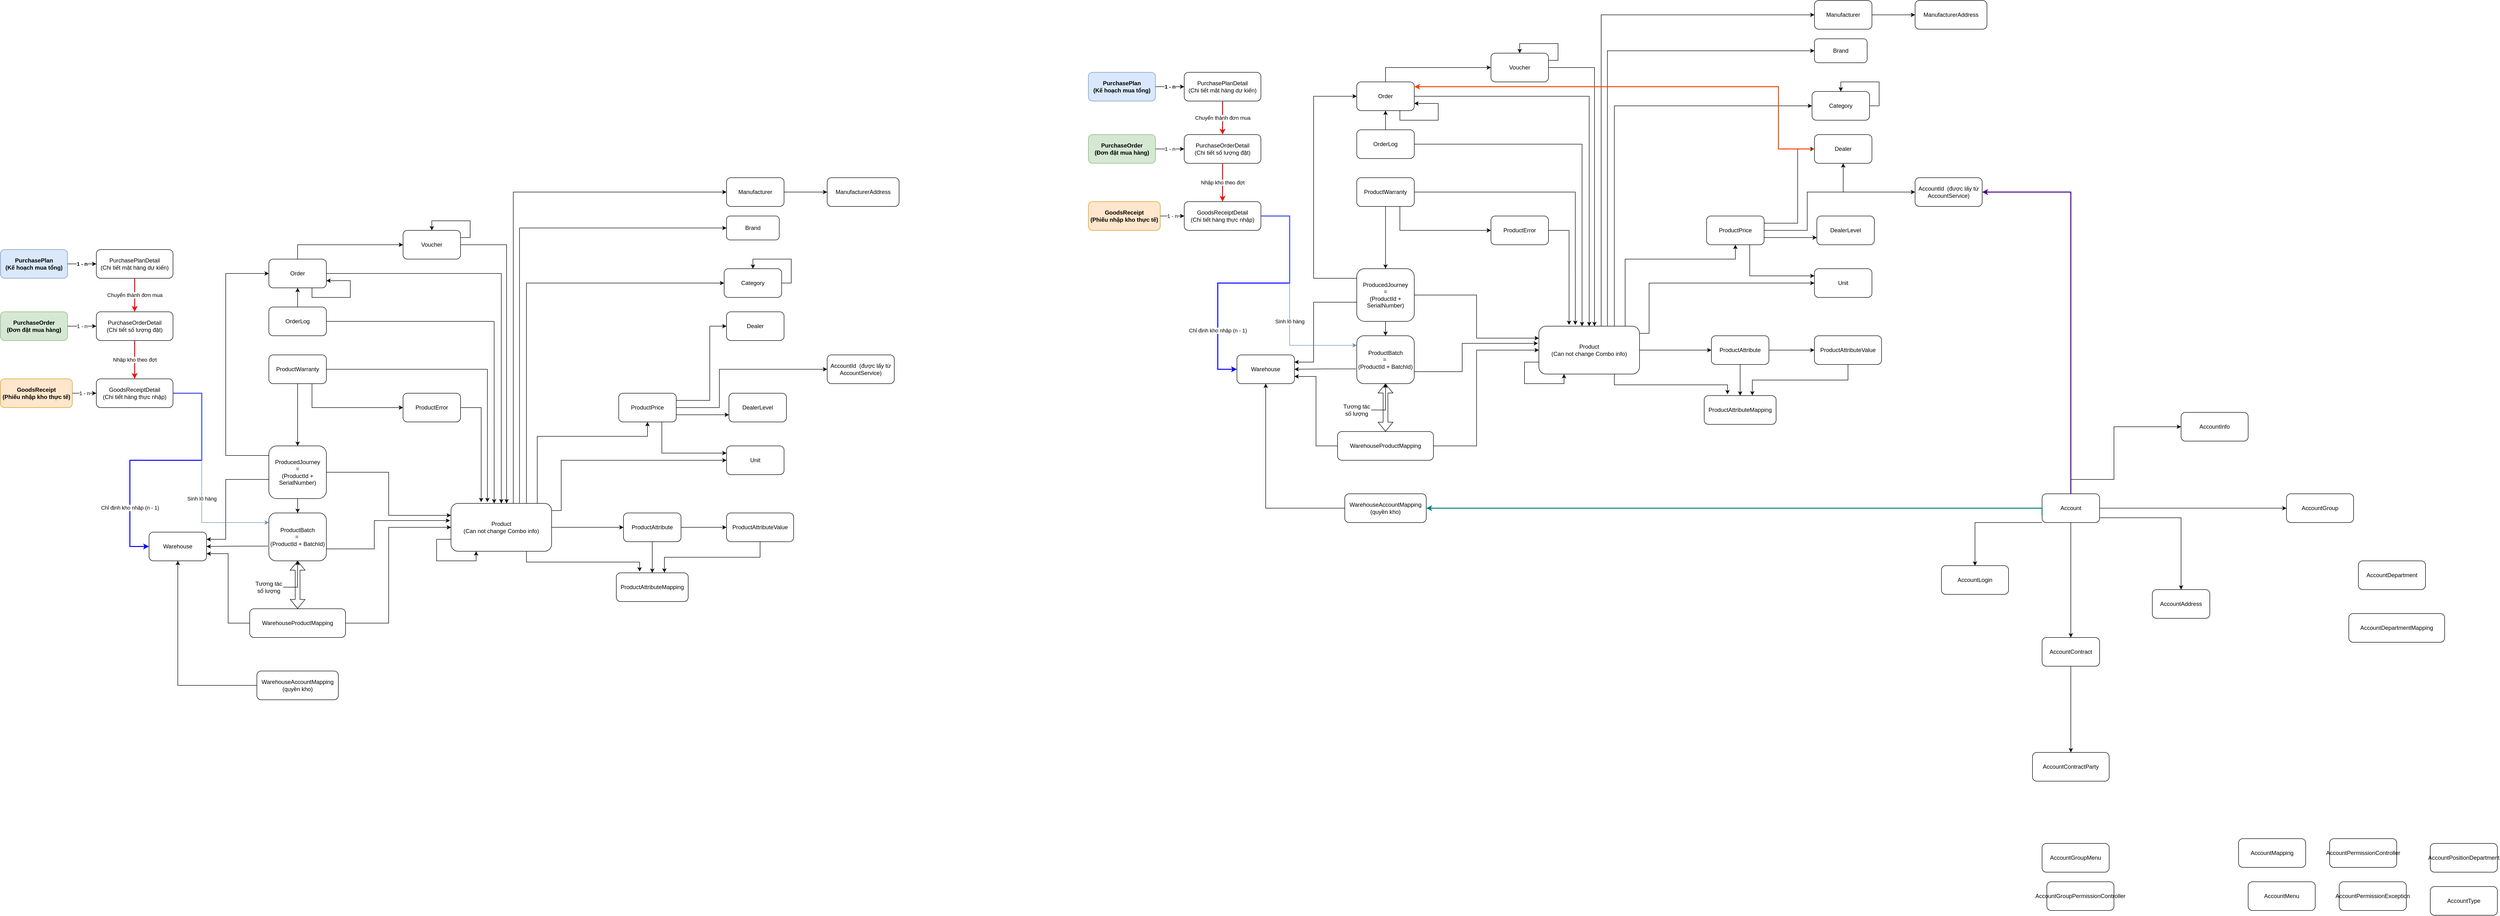
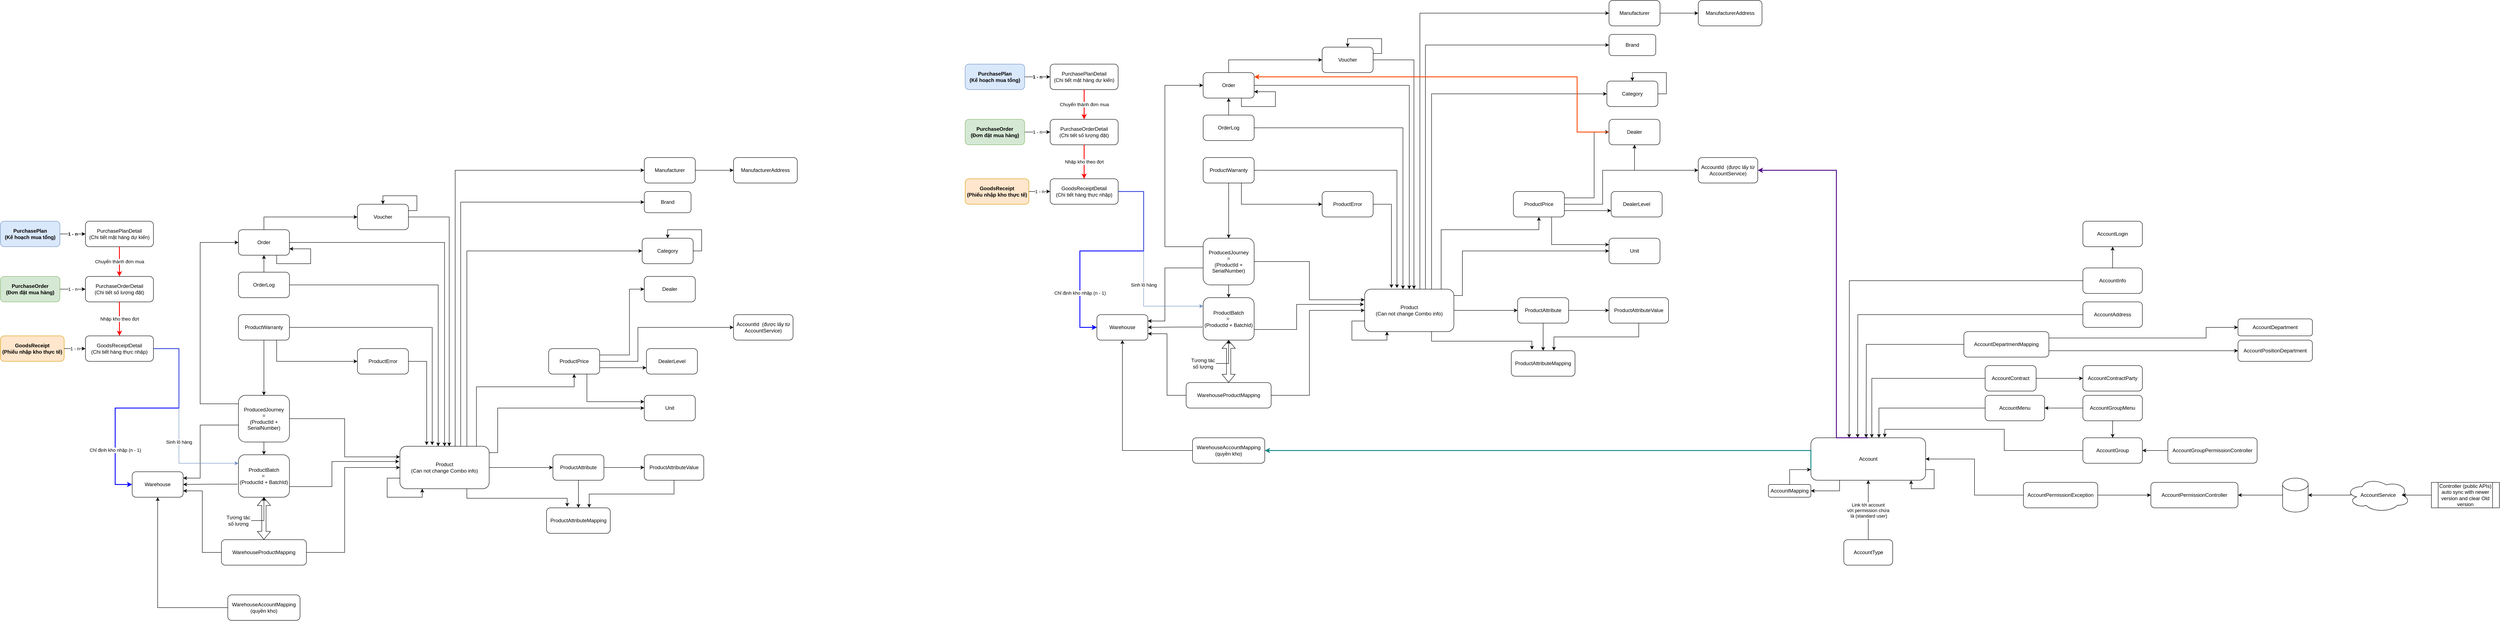
<mxfile host="app.diagrams.net">
  <diagram name="Page-1" id="X3Ej7SneoA_IpZ1JLyMx">
-     <mxGraphModel dx="1514" dy="111929" grid="1" gridSize="10" guides="1" tooltips="1" connect="1" arrows="1" fold="1" page="1" pageScale="1" pageWidth="18500" pageHeight="111000" math="0" shadow="0">
+     <mxGraphModel dx="943" dy="111599" grid="1" gridSize="10" guides="1" tooltips="1" connect="1" arrows="1" fold="1" page="1" pageScale="1" pageWidth="18500" pageHeight="111000" math="0" shadow="0">
      <root>
        <mxCell id="0" />
        <mxCell id="1" parent="0" />
        <mxCell id="bRXCoPtnCOos5vHUt3nM-4" parent="1" style="rounded=1;whiteSpace=wrap;html=1;" value="Brand" vertex="1">
          <mxGeometry height="50" width="110" x="1625" y="160" as="geometry" />
        </mxCell>
        <mxCell id="bRXCoPtnCOos5vHUt3nM-5" parent="1" style="rounded=1;whiteSpace=wrap;html=1;" value="Category" vertex="1">
          <mxGeometry height="60" width="120" x="1620" y="270" as="geometry" />
        </mxCell>
        <mxCell id="bRXCoPtnCOos5vHUt3nM-6" parent="1" style="rounded=1;whiteSpace=wrap;html=1;" value="Dealer" vertex="1">
          <mxGeometry height="60" width="120" x="1625" y="360" as="geometry" />
        </mxCell>
        <mxCell id="bRXCoPtnCOos5vHUt3nM-7" parent="1" style="rounded=1;whiteSpace=wrap;html=1;" value="AccountId&amp;nbsp; (được lấy từ AccountService)" vertex="1">
          <mxGeometry height="60" width="140" x="1835" y="450" as="geometry" />
        </mxCell>
        <mxCell id="bRXCoPtnCOos5vHUt3nM-8" parent="1" style="rounded=1;whiteSpace=wrap;html=1;" value="DealerLevel" vertex="1">
          <mxGeometry height="60" width="120" x="1630" y="530" as="geometry" />
        </mxCell>
        <mxCell id="n3FyrpiHLGzsT291LhVI-31" edge="1" parent="1" source="bRXCoPtnCOos5vHUt3nM-11" style="edgeStyle=orthogonalEdgeStyle;rounded=0;orthogonalLoop=1;jettySize=auto;html=1;exitX=1;exitY=0.5;exitDx=0;exitDy=0;entryX=0;entryY=0.5;entryDx=0;entryDy=0;" target="bRXCoPtnCOos5vHUt3nM-12">
          <mxGeometry relative="1" as="geometry" />
        </mxCell>
        <mxCell id="bRXCoPtnCOos5vHUt3nM-11" parent="1" style="rounded=1;whiteSpace=wrap;html=1;" value="Manufacturer" vertex="1">
          <mxGeometry height="60" width="120" x="1625" y="80" as="geometry" />
        </mxCell>
        <mxCell id="bRXCoPtnCOos5vHUt3nM-12" parent="1" style="rounded=1;whiteSpace=wrap;html=1;" value="ManufacturerAddress" vertex="1">
          <mxGeometry height="60" width="150" x="1835" y="80" as="geometry" />
        </mxCell>
        <mxCell id="n3FyrpiHLGzsT291LhVI-44" edge="1" parent="1" source="bRXCoPtnCOos5vHUt3nM-13" style="edgeStyle=orthogonalEdgeStyle;rounded=0;orthogonalLoop=1;jettySize=auto;html=1;exitX=0.5;exitY=0;exitDx=0;exitDy=0;entryX=0;entryY=0.5;entryDx=0;entryDy=0;" target="n3FyrpiHLGzsT291LhVI-9">
          <mxGeometry relative="1" as="geometry">
            <Array as="points">
              <mxPoint x="730" y="220" />
            </Array>
          </mxGeometry>
        </mxCell>
        <mxCell id="n3FyrpiHLGzsT291LhVI-49" edge="1" parent="1" source="bRXCoPtnCOos5vHUt3nM-13" style="edgeStyle=orthogonalEdgeStyle;rounded=0;orthogonalLoop=1;jettySize=auto;html=1;exitX=1;exitY=0.5;exitDx=0;exitDy=0;entryX=0.5;entryY=0;entryDx=0;entryDy=0;" target="bRXCoPtnCOos5vHUt3nM-16">
          <mxGeometry relative="1" as="geometry">
            <Array as="points">
              <mxPoint x="1155" y="280" />
            </Array>
          </mxGeometry>
        </mxCell>
        <mxCell id="bRXCoPtnCOos5vHUt3nM-13" parent="1" style="rounded=1;whiteSpace=wrap;html=1;" value="Order" vertex="1">
          <mxGeometry height="60" width="120" x="670" y="250" as="geometry" />
        </mxCell>
        <mxCell id="n3FyrpiHLGzsT291LhVI-45" edge="1" parent="1" source="bRXCoPtnCOos5vHUt3nM-14" style="edgeStyle=orthogonalEdgeStyle;rounded=0;orthogonalLoop=1;jettySize=auto;html=1;exitX=0;exitY=0.5;exitDx=0;exitDy=0;" target="bRXCoPtnCOos5vHUt3nM-13">
          <mxGeometry relative="1" as="geometry" />
        </mxCell>
        <mxCell id="bRXCoPtnCOos5vHUt3nM-14" parent="1" style="rounded=1;whiteSpace=wrap;html=1;direction=south;" value="OrderLog" vertex="1">
          <mxGeometry height="60" width="120" x="670" y="350" as="geometry" />
        </mxCell>
        <mxCell id="n3FyrpiHLGzsT291LhVI-33" edge="1" parent="1" source="bRXCoPtnCOos5vHUt3nM-15" style="edgeStyle=orthogonalEdgeStyle;rounded=0;orthogonalLoop=1;jettySize=auto;html=1;exitX=1;exitY=0.5;exitDx=0;exitDy=0;entryX=0;entryY=0.25;entryDx=0;entryDy=0;" target="bRXCoPtnCOos5vHUt3nM-16">
          <mxGeometry relative="1" as="geometry" />
        </mxCell>
        <mxCell id="n3FyrpiHLGzsT291LhVI-35" edge="1" parent="1" source="bRXCoPtnCOos5vHUt3nM-15" style="edgeStyle=orthogonalEdgeStyle;rounded=0;orthogonalLoop=1;jettySize=auto;html=1;exitX=0.5;exitY=1;exitDx=0;exitDy=0;" target="bRXCoPtnCOos5vHUt3nM-20">
          <mxGeometry relative="1" as="geometry" />
        </mxCell>
        <mxCell id="n3FyrpiHLGzsT291LhVI-36" edge="1" parent="1" source="bRXCoPtnCOos5vHUt3nM-15" style="edgeStyle=orthogonalEdgeStyle;rounded=0;orthogonalLoop=1;jettySize=auto;html=1;exitX=0.006;exitY=0.659;exitDx=0;exitDy=0;entryX=1;entryY=0.25;entryDx=0;entryDy=0;exitPerimeter=0;" target="n3FyrpiHLGzsT291LhVI-10">
          <mxGeometry relative="1" as="geometry">
            <Array as="points">
              <mxPoint x="671" y="710" />
              <mxPoint x="580" y="710" />
              <mxPoint x="580" y="835" />
            </Array>
          </mxGeometry>
        </mxCell>
        <mxCell id="n3FyrpiHLGzsT291LhVI-51" edge="1" parent="1" source="bRXCoPtnCOos5vHUt3nM-15" style="edgeStyle=orthogonalEdgeStyle;rounded=0;orthogonalLoop=1;jettySize=auto;html=1;exitX=0;exitY=0.25;exitDx=0;exitDy=0;entryX=0;entryY=0.5;entryDx=0;entryDy=0;" target="bRXCoPtnCOos5vHUt3nM-13">
          <mxGeometry relative="1" as="geometry">
            <Array as="points">
              <mxPoint x="670" y="660" />
              <mxPoint x="580" y="660" />
              <mxPoint x="580" y="280" />
            </Array>
          </mxGeometry>
        </mxCell>
        <mxCell id="bRXCoPtnCOos5vHUt3nM-15" parent="1" style="rounded=1;whiteSpace=wrap;html=1;" value="ProducedJourney&lt;div&gt;&amp;nbsp;=&amp;nbsp;&lt;/div&gt;&lt;div&gt;(ProductId + SerialNumber)&lt;/div&gt;" vertex="1">
          <mxGeometry height="110" width="120" x="670" y="640" as="geometry" />
        </mxCell>
        <mxCell id="n3FyrpiHLGzsT291LhVI-14" edge="1" parent="1" source="bRXCoPtnCOos5vHUt3nM-16" style="edgeStyle=orthogonalEdgeStyle;rounded=0;orthogonalLoop=1;jettySize=auto;html=1;exitX=1;exitY=0.5;exitDx=0;exitDy=0;entryX=0;entryY=0.5;entryDx=0;entryDy=0;" target="bRXCoPtnCOos5vHUt3nM-17">
          <mxGeometry relative="1" as="geometry" />
        </mxCell>
        <mxCell id="n3FyrpiHLGzsT291LhVI-16" edge="1" parent="1" source="bRXCoPtnCOos5vHUt3nM-16" style="edgeStyle=orthogonalEdgeStyle;rounded=0;orthogonalLoop=1;jettySize=auto;html=1;exitX=0.75;exitY=1;exitDx=0;exitDy=0;entryX=0.324;entryY=-0.046;entryDx=0;entryDy=0;entryPerimeter=0;" target="bRXCoPtnCOos5vHUt3nM-18">
          <mxGeometry relative="1" as="geometry" />
        </mxCell>
        <mxCell id="n3FyrpiHLGzsT291LhVI-19" edge="1" parent="1" source="bRXCoPtnCOos5vHUt3nM-16" style="edgeStyle=orthogonalEdgeStyle;rounded=0;orthogonalLoop=1;jettySize=auto;html=1;exitX=0.75;exitY=0;exitDx=0;exitDy=0;entryX=0.5;entryY=1;entryDx=0;entryDy=0;" target="n3FyrpiHLGzsT291LhVI-1">
          <mxGeometry relative="1" as="geometry">
            <Array as="points">
              <mxPoint x="1230" y="620" />
              <mxPoint x="1460" y="620" />
            </Array>
          </mxGeometry>
        </mxCell>
        <mxCell id="n3FyrpiHLGzsT291LhVI-25" edge="1" parent="1" source="bRXCoPtnCOos5vHUt3nM-16" style="edgeStyle=orthogonalEdgeStyle;rounded=0;orthogonalLoop=1;jettySize=auto;html=1;exitX=0.75;exitY=0;exitDx=0;exitDy=0;entryX=0;entryY=0.5;entryDx=0;entryDy=0;" target="bRXCoPtnCOos5vHUt3nM-5">
          <mxGeometry relative="1" as="geometry" />
        </mxCell>
        <mxCell id="n3FyrpiHLGzsT291LhVI-27" edge="1" parent="1" source="bRXCoPtnCOos5vHUt3nM-16" style="edgeStyle=orthogonalEdgeStyle;rounded=0;orthogonalLoop=1;jettySize=auto;html=1;exitX=0.681;exitY=-0.007;exitDx=0;exitDy=0;entryX=0;entryY=0.5;entryDx=0;entryDy=0;exitPerimeter=0;" target="bRXCoPtnCOos5vHUt3nM-4">
          <mxGeometry relative="1" as="geometry" />
        </mxCell>
        <mxCell id="n3FyrpiHLGzsT291LhVI-28" edge="1" parent="1" source="bRXCoPtnCOos5vHUt3nM-16" style="edgeStyle=orthogonalEdgeStyle;rounded=0;orthogonalLoop=1;jettySize=auto;html=1;exitX=1;exitY=0.25;exitDx=0;exitDy=0;entryX=0;entryY=0.5;entryDx=0;entryDy=0;" target="n3FyrpiHLGzsT291LhVI-8">
          <mxGeometry relative="1" as="geometry">
            <Array as="points">
              <mxPoint x="1280" y="775" />
              <mxPoint x="1280" y="670" />
            </Array>
          </mxGeometry>
        </mxCell>
        <mxCell id="n3FyrpiHLGzsT291LhVI-47" edge="1" parent="1" source="bRXCoPtnCOos5vHUt3nM-16" style="edgeStyle=orthogonalEdgeStyle;rounded=0;orthogonalLoop=1;jettySize=auto;html=1;exitX=0.636;exitY=0.013;exitDx=0;exitDy=0;entryX=0;entryY=0.5;entryDx=0;entryDy=0;exitPerimeter=0;" target="bRXCoPtnCOos5vHUt3nM-11">
          <mxGeometry relative="1" as="geometry">
            <Array as="points">
              <mxPoint x="1180" y="761" />
              <mxPoint x="1180" y="110" />
            </Array>
          </mxGeometry>
        </mxCell>
        <mxCell id="bRXCoPtnCOos5vHUt3nM-16" parent="1" style="rounded=1;whiteSpace=wrap;html=1;" value="Product&lt;div&gt;(Can not change Combo info)&lt;/div&gt;" vertex="1">
          <mxGeometry height="100" width="210" x="1050" y="760" as="geometry" />
        </mxCell>
        <mxCell id="n3FyrpiHLGzsT291LhVI-15" edge="1" parent="1" source="bRXCoPtnCOos5vHUt3nM-17" style="edgeStyle=orthogonalEdgeStyle;rounded=0;orthogonalLoop=1;jettySize=auto;html=1;exitX=1;exitY=0.5;exitDx=0;exitDy=0;entryX=0;entryY=0.5;entryDx=0;entryDy=0;" target="bRXCoPtnCOos5vHUt3nM-19">
          <mxGeometry relative="1" as="geometry" />
        </mxCell>
        <mxCell id="n3FyrpiHLGzsT291LhVI-17" edge="1" parent="1" source="bRXCoPtnCOos5vHUt3nM-17" style="edgeStyle=orthogonalEdgeStyle;rounded=0;orthogonalLoop=1;jettySize=auto;html=1;exitX=0.5;exitY=1;exitDx=0;exitDy=0;entryX=0.5;entryY=0;entryDx=0;entryDy=0;" target="bRXCoPtnCOos5vHUt3nM-18">
          <mxGeometry relative="1" as="geometry" />
        </mxCell>
        <mxCell id="bRXCoPtnCOos5vHUt3nM-17" parent="1" style="rounded=1;whiteSpace=wrap;html=1;" value="ProductAttribute" vertex="1">
          <mxGeometry height="60" width="120" x="1410" y="780" as="geometry" />
        </mxCell>
        <mxCell id="bRXCoPtnCOos5vHUt3nM-18" parent="1" style="rounded=1;whiteSpace=wrap;html=1;" value="ProductAttributeMapping" vertex="1">
          <mxGeometry height="60" width="150" x="1395" y="905" as="geometry" />
        </mxCell>
        <mxCell id="bRXCoPtnCOos5vHUt3nM-19" parent="1" style="rounded=1;whiteSpace=wrap;html=1;" value="ProductAttributeValue" vertex="1">
          <mxGeometry height="60" width="140" x="1625" y="780" as="geometry" />
        </mxCell>
        <mxCell id="n3FyrpiHLGzsT291LhVI-37" edge="1" parent="1" source="bRXCoPtnCOos5vHUt3nM-20" style="edgeStyle=orthogonalEdgeStyle;rounded=0;orthogonalLoop=1;jettySize=auto;html=1;exitX=-0.014;exitY=0.692;exitDx=0;exitDy=0;entryX=1;entryY=0.5;entryDx=0;entryDy=0;exitPerimeter=0;" target="n3FyrpiHLGzsT291LhVI-10">
          <mxGeometry relative="1" as="geometry" />
        </mxCell>
        <mxCell id="bRXCoPtnCOos5vHUt3nM-20" parent="1" style="rounded=1;whiteSpace=wrap;html=1;" value="ProductBatch&lt;div&gt;=&amp;nbsp;&lt;/div&gt;&lt;div&gt;(ProductId + BatchId)&lt;/div&gt;" vertex="1">
          <mxGeometry height="100" width="120" x="670" y="780" as="geometry" />
        </mxCell>
        <mxCell id="bRXCoPtnCOos5vHUt3nM-21" parent="1" style="rounded=1;whiteSpace=wrap;html=1;" value="ProductError" vertex="1">
          <mxGeometry height="60" width="120" x="950" y="530" as="geometry" />
        </mxCell>
        <mxCell id="n3FyrpiHLGzsT291LhVI-21" edge="1" parent="1" source="n3FyrpiHLGzsT291LhVI-1" style="edgeStyle=orthogonalEdgeStyle;rounded=0;orthogonalLoop=1;jettySize=auto;html=1;exitX=1;exitY=0.75;exitDx=0;exitDy=0;entryX=0;entryY=0.75;entryDx=0;entryDy=0;" target="bRXCoPtnCOos5vHUt3nM-8">
          <mxGeometry relative="1" as="geometry" />
        </mxCell>
        <mxCell id="n3FyrpiHLGzsT291LhVI-22" edge="1" parent="1" source="n3FyrpiHLGzsT291LhVI-1" style="edgeStyle=orthogonalEdgeStyle;rounded=0;orthogonalLoop=1;jettySize=auto;html=1;exitX=1;exitY=0.5;exitDx=0;exitDy=0;entryX=0;entryY=0.5;entryDx=0;entryDy=0;" target="bRXCoPtnCOos5vHUt3nM-7">
          <mxGeometry relative="1" as="geometry">
            <Array as="points">
              <mxPoint x="1610" y="560" />
              <mxPoint x="1610" y="480" />
            </Array>
          </mxGeometry>
        </mxCell>
        <mxCell id="n3FyrpiHLGzsT291LhVI-23" edge="1" parent="1" source="n3FyrpiHLGzsT291LhVI-1" style="edgeStyle=orthogonalEdgeStyle;rounded=0;orthogonalLoop=1;jettySize=auto;html=1;exitX=1;exitY=0.25;exitDx=0;exitDy=0;entryX=0;entryY=0.5;entryDx=0;entryDy=0;" target="bRXCoPtnCOos5vHUt3nM-6">
          <mxGeometry relative="1" as="geometry">
            <Array as="points">
              <mxPoint x="1590" y="545" />
              <mxPoint x="1590" y="390" />
            </Array>
          </mxGeometry>
        </mxCell>
        <mxCell id="n3FyrpiHLGzsT291LhVI-56" edge="1" parent="1" source="n3FyrpiHLGzsT291LhVI-1" style="edgeStyle=orthogonalEdgeStyle;rounded=0;orthogonalLoop=1;jettySize=auto;html=1;exitX=0.75;exitY=1;exitDx=0;exitDy=0;entryX=0;entryY=0.25;entryDx=0;entryDy=0;" target="n3FyrpiHLGzsT291LhVI-8">
          <mxGeometry relative="1" as="geometry" />
        </mxCell>
        <mxCell id="n3FyrpiHLGzsT291LhVI-1" parent="1" style="rounded=1;whiteSpace=wrap;html=1;" value="ProductPrice" vertex="1">
          <mxGeometry height="60" width="120" x="1400" y="530" as="geometry" />
        </mxCell>
        <mxCell id="n3FyrpiHLGzsT291LhVI-52" edge="1" parent="1" source="n3FyrpiHLGzsT291LhVI-2" style="edgeStyle=orthogonalEdgeStyle;rounded=0;orthogonalLoop=1;jettySize=auto;html=1;exitX=0.5;exitY=1;exitDx=0;exitDy=0;entryX=0.5;entryY=0;entryDx=0;entryDy=0;" target="bRXCoPtnCOos5vHUt3nM-15">
          <mxGeometry relative="1" as="geometry" />
        </mxCell>
        <mxCell id="n3FyrpiHLGzsT291LhVI-58" edge="1" parent="1" source="n3FyrpiHLGzsT291LhVI-2" style="edgeStyle=orthogonalEdgeStyle;rounded=0;orthogonalLoop=1;jettySize=auto;html=1;exitX=0.75;exitY=1;exitDx=0;exitDy=0;entryX=0;entryY=0.5;entryDx=0;entryDy=0;" target="bRXCoPtnCOos5vHUt3nM-21">
          <mxGeometry relative="1" as="geometry" />
        </mxCell>
        <mxCell id="n3FyrpiHLGzsT291LhVI-2" parent="1" style="rounded=1;whiteSpace=wrap;html=1;" value="ProductWarranty" vertex="1">
          <mxGeometry height="60" width="120" x="670" y="450" as="geometry" />
        </mxCell>
        <mxCell id="n3FyrpiHLGzsT291LhVI-8" parent="1" style="rounded=1;whiteSpace=wrap;html=1;" value="Unit" vertex="1">
          <mxGeometry height="60" width="120" x="1625" y="640" as="geometry" />
        </mxCell>
        <mxCell id="n3FyrpiHLGzsT291LhVI-43" edge="1" parent="1" source="n3FyrpiHLGzsT291LhVI-9" style="edgeStyle=orthogonalEdgeStyle;rounded=0;orthogonalLoop=1;jettySize=auto;html=1;exitX=1;exitY=0.5;exitDx=0;exitDy=0;">
          <mxGeometry relative="1" as="geometry">
            <Array as="points">
              <mxPoint x="1166" y="220" />
            </Array>
            <mxPoint x="1166" y="760" as="targetPoint" />
          </mxGeometry>
        </mxCell>
        <mxCell id="AxulSBX_V0fGFe2LzLWX-1" edge="1" parent="1" source="n3FyrpiHLGzsT291LhVI-9" style="edgeStyle=orthogonalEdgeStyle;rounded=0;orthogonalLoop=1;jettySize=auto;html=1;exitX=1;exitY=0.25;exitDx=0;exitDy=0;innerLoopWaypoints=1;entryX=0.5;entryY=0;entryDx=0;entryDy=0;" target="n3FyrpiHLGzsT291LhVI-9">
          <mxGeometry relative="1" as="geometry">
            <Array as="points">
              <mxPoint x="1090" y="205" />
              <mxPoint x="1090" y="170" />
              <mxPoint x="1010" y="170" />
            </Array>
            <mxPoint x="1030" y="180" as="targetPoint" />
          </mxGeometry>
        </mxCell>
        <mxCell id="n3FyrpiHLGzsT291LhVI-9" parent="1" style="rounded=1;whiteSpace=wrap;html=1;" value="Voucher" vertex="1">
          <mxGeometry height="60" width="120" x="950" y="190" as="geometry" />
        </mxCell>
        <mxCell id="n3FyrpiHLGzsT291LhVI-10" parent="1" style="rounded=1;whiteSpace=wrap;html=1;" value="Warehouse" vertex="1">
          <mxGeometry height="60" width="120" x="420" y="820" as="geometry" />
        </mxCell>
        <mxCell id="n3FyrpiHLGzsT291LhVI-53" edge="1" parent="1" source="n3FyrpiHLGzsT291LhVI-11" style="edgeStyle=orthogonalEdgeStyle;rounded=0;orthogonalLoop=1;jettySize=auto;html=1;exitX=0;exitY=0.5;exitDx=0;exitDy=0;entryX=0.5;entryY=1;entryDx=0;entryDy=0;" target="n3FyrpiHLGzsT291LhVI-10">
          <mxGeometry relative="1" as="geometry" />
        </mxCell>
        <mxCell id="n3FyrpiHLGzsT291LhVI-11" parent="1" style="rounded=1;whiteSpace=wrap;html=1;" value="WarehouseAccountMapping&lt;div&gt;(quyền kho)&lt;/div&gt;" vertex="1">
          <mxGeometry height="60" width="170" x="645" y="1110" as="geometry" />
        </mxCell>
        <mxCell id="n3FyrpiHLGzsT291LhVI-41" edge="1" parent="1" source="n3FyrpiHLGzsT291LhVI-12" style="edgeStyle=orthogonalEdgeStyle;rounded=0;orthogonalLoop=1;jettySize=auto;html=1;exitX=0;exitY=0.5;exitDx=0;exitDy=0;entryX=1;entryY=0.75;entryDx=0;entryDy=0;" target="n3FyrpiHLGzsT291LhVI-10">
          <mxGeometry relative="1" as="geometry" />
        </mxCell>
        <mxCell id="AxulSBX_V0fGFe2LzLWX-5" edge="1" parent="1" source="n3FyrpiHLGzsT291LhVI-12" style="edgeStyle=orthogonalEdgeStyle;rounded=0;orthogonalLoop=1;jettySize=auto;html=1;exitX=1;exitY=0.5;exitDx=0;exitDy=0;entryX=0;entryY=0.5;entryDx=0;entryDy=0;" target="bRXCoPtnCOos5vHUt3nM-16">
          <mxGeometry relative="1" as="geometry">
            <Array as="points">
              <mxPoint x="920" y="1010" />
              <mxPoint x="920" y="810" />
            </Array>
          </mxGeometry>
        </mxCell>
        <mxCell id="n3FyrpiHLGzsT291LhVI-12" parent="1" style="rounded=1;whiteSpace=wrap;html=1;" value="WarehouseProductMapping" vertex="1">
          <mxGeometry height="60" width="200" x="630" y="980" as="geometry" />
        </mxCell>
        <mxCell id="n3FyrpiHLGzsT291LhVI-18" edge="1" parent="1" source="bRXCoPtnCOos5vHUt3nM-19" style="edgeStyle=orthogonalEdgeStyle;rounded=0;orthogonalLoop=1;jettySize=auto;html=1;exitX=0.5;exitY=1;exitDx=0;exitDy=0;entryX=0.669;entryY=-0.007;entryDx=0;entryDy=0;entryPerimeter=0;" target="bRXCoPtnCOos5vHUt3nM-18">
          <mxGeometry relative="1" as="geometry" />
        </mxCell>
        <mxCell id="n3FyrpiHLGzsT291LhVI-24" edge="1" parent="1" source="bRXCoPtnCOos5vHUt3nM-5" style="edgeStyle=orthogonalEdgeStyle;rounded=0;orthogonalLoop=1;jettySize=auto;html=1;exitX=1;exitY=0.5;exitDx=0;exitDy=0;entryX=0.5;entryY=0;entryDx=0;entryDy=0;innerLoopWaypoints=1;" target="bRXCoPtnCOos5vHUt3nM-5">
          <mxGeometry relative="1" as="geometry">
            <Array as="points">
              <mxPoint x="1760" y="300" />
              <mxPoint x="1760" y="250" />
              <mxPoint x="1680" y="250" />
            </Array>
          </mxGeometry>
        </mxCell>
        <mxCell id="n3FyrpiHLGzsT291LhVI-38" edge="1" parent="1" source="n3FyrpiHLGzsT291LhVI-12" style="shape=flexArrow;endArrow=classic;startArrow=classic;html=1;rounded=0;entryX=0.5;entryY=1;entryDx=0;entryDy=0;exitX=0.5;exitY=0;exitDx=0;exitDy=0;" target="bRXCoPtnCOos5vHUt3nM-20" value="">
          <mxGeometry height="100" relative="1" width="100" as="geometry">
            <mxPoint x="650" y="980" as="sourcePoint" />
            <mxPoint x="750" y="880" as="targetPoint" />
          </mxGeometry>
        </mxCell>
        <mxCell id="n3FyrpiHLGzsT291LhVI-40" edge="1" parent="1" source="n3FyrpiHLGzsT291LhVI-39" style="edgeStyle=orthogonalEdgeStyle;rounded=0;orthogonalLoop=1;jettySize=auto;html=1;exitX=1;exitY=0.5;exitDx=0;exitDy=0;entryX=0.5;entryY=1;entryDx=0;entryDy=0;" target="bRXCoPtnCOos5vHUt3nM-20">
          <mxGeometry relative="1" as="geometry" />
        </mxCell>
        <mxCell id="n3FyrpiHLGzsT291LhVI-39" parent="1" style="text;html=1;whiteSpace=wrap;strokeColor=none;fillColor=none;align=center;verticalAlign=middle;rounded=0;" value="Tương tác số lượng" vertex="1">
          <mxGeometry height="30" width="60" x="640" y="920" as="geometry" />
        </mxCell>
        <mxCell id="n3FyrpiHLGzsT291LhVI-46" edge="1" parent="1" source="n3FyrpiHLGzsT291LhVI-2" style="edgeStyle=orthogonalEdgeStyle;rounded=0;orthogonalLoop=1;jettySize=auto;html=1;exitX=1;exitY=0.5;exitDx=0;exitDy=0;entryX=0.362;entryY=-0.026;entryDx=0;entryDy=0;entryPerimeter=0;" target="bRXCoPtnCOos5vHUt3nM-16">
          <mxGeometry relative="1" as="geometry" />
        </mxCell>
        <mxCell id="n3FyrpiHLGzsT291LhVI-50" edge="1" parent="1" source="bRXCoPtnCOos5vHUt3nM-14" style="edgeStyle=orthogonalEdgeStyle;rounded=0;orthogonalLoop=1;jettySize=auto;html=1;exitX=0.5;exitY=0;exitDx=0;exitDy=0;entryX=0.429;entryY=0;entryDx=0;entryDy=0;entryPerimeter=0;" target="bRXCoPtnCOos5vHUt3nM-16">
          <mxGeometry relative="1" as="geometry" />
        </mxCell>
        <mxCell id="n3FyrpiHLGzsT291LhVI-57" edge="1" parent="1" source="bRXCoPtnCOos5vHUt3nM-21" style="edgeStyle=orthogonalEdgeStyle;rounded=0;orthogonalLoop=1;jettySize=auto;html=1;exitX=1;exitY=0.5;exitDx=0;exitDy=0;entryX=0.3;entryY=-0.026;entryDx=0;entryDy=0;entryPerimeter=0;" target="bRXCoPtnCOos5vHUt3nM-16">
          <mxGeometry relative="1" as="geometry" />
        </mxCell>
        <mxCell id="PWnPaHJ6BF9YL0BDL13Q-1" parent="1" style="rounded=1;whiteSpace=wrap;html=1;fillColor=#dae8fc;strokeColor=#6c8ebf;fontStyle=1;" value="PurchasePlan&#xa;(Kế hoạch mua tổng)" vertex="1">
          <mxGeometry height="60" width="140" x="110" y="230" as="geometry" />
        </mxCell>
        <mxCell id="PWnPaHJ6BF9YL0BDL13Q-2" parent="1" style="rounded=1;whiteSpace=wrap;html=1;" value="PurchasePlanDetail&#xa;(Chi tiết mặt hàng dự kiến)" vertex="1">
          <mxGeometry height="60" width="160" x="310" y="230" as="geometry" />
        </mxCell>
        <mxCell id="PWnPaHJ6BF9YL0BDL13Q-3" edge="1" parent="1" source="PWnPaHJ6BF9YL0BDL13Q-1" style="edgeStyle=orthogonalEdgeStyle;rounded=0;html=1;fontStyle=1;" target="PWnPaHJ6BF9YL0BDL13Q-2" value="1 - n">
          <mxGeometry relative="1" as="geometry" />
        </mxCell>
        <mxCell id="PWnPaHJ6BF9YL0BDL13Q-4" parent="1" style="rounded=1;whiteSpace=wrap;html=1;fillColor=#d5e8d4;strokeColor=#82b366;fontStyle=1;" value="PurchaseOrder&#xa;(Đơn đặt mua hàng)" vertex="1">
          <mxGeometry height="60" width="140" x="110" y="360" as="geometry" />
        </mxCell>
        <mxCell id="PWnPaHJ6BF9YL0BDL13Q-5" parent="1" style="rounded=1;whiteSpace=wrap;html=1;" value="PurchaseOrderDetail&#xa;(Chi tiết số lượng đặt)" vertex="1">
          <mxGeometry height="60" width="160" x="310" y="360" as="geometry" />
        </mxCell>
        <mxCell id="PWnPaHJ6BF9YL0BDL13Q-6" edge="1" parent="1" source="PWnPaHJ6BF9YL0BDL13Q-4" style="edgeStyle=orthogonalEdgeStyle;rounded=0;html=1;" target="PWnPaHJ6BF9YL0BDL13Q-5" value="1 - n">
          <mxGeometry relative="1" as="geometry" />
        </mxCell>
        <mxCell id="PWnPaHJ6BF9YL0BDL13Q-7" edge="1" parent="1" source="PWnPaHJ6BF9YL0BDL13Q-2" style="edgeStyle=orthogonalEdgeStyle;rounded=0;html=1;strokeWidth=2;strokeColor=#ff0000;" target="PWnPaHJ6BF9YL0BDL13Q-5" value="Chuyển thành đơn mua">
          <mxGeometry relative="1" as="geometry">
            <mxPoint x="390" y="320" as="targetPoint" />
          </mxGeometry>
        </mxCell>
        <mxCell id="PWnPaHJ6BF9YL0BDL13Q-8" parent="1" style="rounded=1;whiteSpace=wrap;html=1;fillColor=#ffe6cc;strokeColor=#d79b00;fontStyle=1;" value="GoodsReceipt&#xa;(Phiếu nhập kho thực tế)" vertex="1">
          <mxGeometry height="60" width="150" x="110" y="500" as="geometry" />
        </mxCell>
        <mxCell id="PWnPaHJ6BF9YL0BDL13Q-9" parent="1" style="rounded=1;whiteSpace=wrap;html=1;" value="GoodsReceiptDetail&#xa;(Chi tiết hàng thực nhập)" vertex="1">
          <mxGeometry height="60" width="160" x="310" y="500" as="geometry" />
        </mxCell>
        <mxCell id="PWnPaHJ6BF9YL0BDL13Q-10" edge="1" parent="1" source="PWnPaHJ6BF9YL0BDL13Q-8" style="edgeStyle=orthogonalEdgeStyle;rounded=0;html=1;" target="PWnPaHJ6BF9YL0BDL13Q-9" value="1 - n">
          <mxGeometry relative="1" as="geometry" />
        </mxCell>
        <mxCell id="PWnPaHJ6BF9YL0BDL13Q-11" edge="1" parent="1" source="PWnPaHJ6BF9YL0BDL13Q-5" style="edgeStyle=orthogonalEdgeStyle;rounded=0;html=1;strokeWidth=2;strokeColor=#ff0000;" target="PWnPaHJ6BF9YL0BDL13Q-9" value="Nhập kho theo đợt">
          <mxGeometry relative="1" as="geometry" />
        </mxCell>
        <mxCell id="PWnPaHJ6BF9YL0BDL13Q-13" edge="1" parent="1" source="PWnPaHJ6BF9YL0BDL13Q-9" style="edgeStyle=orthogonalEdgeStyle;rounded=0;html=1;strokeWidth=2;strokeColor=#0000ff;entryX=0;entryY=0.5;entryDx=0;entryDy=0;exitX=1;exitY=0.5;exitDx=0;exitDy=0;" target="n3FyrpiHLGzsT291LhVI-10" value="Chỉ định kho nhập (n - 1)">
          <mxGeometry relative="1" x="0.5745" as="geometry">
            <mxPoint as="offset" />
            <Array as="points">
              <mxPoint x="530" y="530" />
              <mxPoint x="530" y="670" />
              <mxPoint x="380" y="670" />
              <mxPoint x="380" y="850" />
            </Array>
          </mxGeometry>
        </mxCell>
        <mxCell id="PWnPaHJ6BF9YL0BDL13Q-15" edge="1" parent="1" source="PWnPaHJ6BF9YL0BDL13Q-9" style="edgeStyle=orthogonalEdgeStyle;rounded=0;html=1;strokeWidth=1;strokeColor=#6c8ebf;fillColor=#dae8fc;" value="Sinh lô hàng">
          <mxGeometry relative="1" x="0.1915" as="geometry">
            <mxPoint as="offset" />
            <Array as="points">
              <mxPoint x="530" y="530" />
              <mxPoint x="530" y="800" />
            </Array>
            <mxPoint x="670" y="800" as="targetPoint" />
          </mxGeometry>
        </mxCell>
        <mxCell id="AxulSBX_V0fGFe2LzLWX-2" edge="1" parent="1" source="bRXCoPtnCOos5vHUt3nM-13" style="edgeStyle=orthogonalEdgeStyle;rounded=0;orthogonalLoop=1;jettySize=auto;html=1;innerLoopWaypoints=1;exitX=0.75;exitY=1;exitDx=0;exitDy=0;entryX=1;entryY=0.75;entryDx=0;entryDy=0;" target="bRXCoPtnCOos5vHUt3nM-13">
          <mxGeometry relative="1" as="geometry">
            <Array as="points">
              <mxPoint x="760" y="330" />
              <mxPoint x="840" y="330" />
              <mxPoint x="840" y="295" />
            </Array>
          </mxGeometry>
        </mxCell>
        <mxCell id="AxulSBX_V0fGFe2LzLWX-4" edge="1" parent="1" source="bRXCoPtnCOos5vHUt3nM-20" style="edgeStyle=orthogonalEdgeStyle;rounded=0;orthogonalLoop=1;jettySize=auto;html=1;exitX=1;exitY=0.75;exitDx=0;exitDy=0;entryX=-0.009;entryY=0.359;entryDx=0;entryDy=0;entryPerimeter=0;" target="bRXCoPtnCOos5vHUt3nM-16">
          <mxGeometry relative="1" as="geometry">
            <Array as="points">
              <mxPoint x="890" y="855" />
              <mxPoint x="890" y="796" />
            </Array>
          </mxGeometry>
        </mxCell>
        <mxCell id="AxulSBX_V0fGFe2LzLWX-6" edge="1" parent="1" source="bRXCoPtnCOos5vHUt3nM-16" style="edgeStyle=orthogonalEdgeStyle;rounded=0;orthogonalLoop=1;jettySize=auto;html=1;innerLoopWaypoints=1;exitX=0;exitY=0.75;exitDx=0;exitDy=0;entryX=0.25;entryY=1;entryDx=0;entryDy=0;" target="bRXCoPtnCOos5vHUt3nM-16">
          <mxGeometry relative="1" as="geometry">
            <Array as="points">
              <mxPoint x="1020" y="835" />
              <mxPoint x="1020" y="880" />
              <mxPoint x="1103" y="880" />
            </Array>
          </mxGeometry>
        </mxCell>
        <mxCell id="hMbl2U-K0152mwasdNm7-22" parent="1" style="rounded=1;whiteSpace=wrap;html=1;" value="Brand" vertex="1">
          <mxGeometry height="50" width="110" x="3895" y="-210" as="geometry" />
        </mxCell>
        <mxCell id="hMbl2U-K0152mwasdNm7-23" parent="1" style="rounded=1;whiteSpace=wrap;html=1;" value="Category" vertex="1">
          <mxGeometry height="60" width="120" x="3890" y="-100" as="geometry" />
        </mxCell>
        <mxCell id="hMbl2U-K0152mwasdNm7-24" parent="1" style="rounded=1;whiteSpace=wrap;html=1;" value="Dealer" vertex="1">
          <mxGeometry height="60" width="120" x="3895" y="-10" as="geometry" />
        </mxCell>
        <mxCell id="hMbl2U-K0152mwasdNm7-25" parent="1" style="rounded=1;whiteSpace=wrap;html=1;" value="AccountId&amp;nbsp; (được lấy từ AccountService)" vertex="1">
          <mxGeometry height="60" width="140" x="4105" y="80" as="geometry" />
        </mxCell>
        <mxCell id="hMbl2U-K0152mwasdNm7-26" parent="1" style="rounded=1;whiteSpace=wrap;html=1;" value="DealerLevel" vertex="1">
          <mxGeometry height="60" width="120" x="3900" y="160" as="geometry" />
        </mxCell>
        <mxCell id="hMbl2U-K0152mwasdNm7-27" edge="1" parent="1" source="hMbl2U-K0152mwasdNm7-28" style="edgeStyle=orthogonalEdgeStyle;rounded=0;orthogonalLoop=1;jettySize=auto;html=1;exitX=1;exitY=0.5;exitDx=0;exitDy=0;entryX=0;entryY=0.5;entryDx=0;entryDy=0;" target="hMbl2U-K0152mwasdNm7-29">
          <mxGeometry relative="1" as="geometry" />
        </mxCell>
        <mxCell id="hMbl2U-K0152mwasdNm7-28" parent="1" style="rounded=1;whiteSpace=wrap;html=1;" value="Manufacturer" vertex="1">
          <mxGeometry height="60" width="120" x="3895" y="-290" as="geometry" />
        </mxCell>
        <mxCell id="hMbl2U-K0152mwasdNm7-29" parent="1" style="rounded=1;whiteSpace=wrap;html=1;" value="ManufacturerAddress" vertex="1">
          <mxGeometry height="60" width="150" x="4105" y="-290" as="geometry" />
        </mxCell>
        <mxCell id="hMbl2U-K0152mwasdNm7-30" edge="1" parent="1" source="hMbl2U-K0152mwasdNm7-32" style="edgeStyle=orthogonalEdgeStyle;rounded=0;orthogonalLoop=1;jettySize=auto;html=1;exitX=0.5;exitY=0;exitDx=0;exitDy=0;entryX=0;entryY=0.5;entryDx=0;entryDy=0;" target="hMbl2U-K0152mwasdNm7-67">
          <mxGeometry relative="1" as="geometry">
            <Array as="points">
              <mxPoint x="3000" y="-150" />
            </Array>
          </mxGeometry>
        </mxCell>
        <mxCell id="hMbl2U-K0152mwasdNm7-31" edge="1" parent="1" source="hMbl2U-K0152mwasdNm7-32" style="edgeStyle=orthogonalEdgeStyle;rounded=0;orthogonalLoop=1;jettySize=auto;html=1;exitX=1;exitY=0.5;exitDx=0;exitDy=0;entryX=0.5;entryY=0;entryDx=0;entryDy=0;" target="hMbl2U-K0152mwasdNm7-47">
          <mxGeometry relative="1" as="geometry">
            <Array as="points">
              <mxPoint x="3425" y="-90" />
            </Array>
          </mxGeometry>
        </mxCell>
        <mxCell id="hMbl2U-K0152mwasdNm7-32" parent="1" style="rounded=1;whiteSpace=wrap;html=1;" value="Order" vertex="1">
          <mxGeometry height="60" width="120" x="2940" y="-120" as="geometry" />
        </mxCell>
        <mxCell id="hMbl2U-K0152mwasdNm7-33" edge="1" parent="1" source="hMbl2U-K0152mwasdNm7-34" style="edgeStyle=orthogonalEdgeStyle;rounded=0;orthogonalLoop=1;jettySize=auto;html=1;exitX=0;exitY=0.5;exitDx=0;exitDy=0;" target="hMbl2U-K0152mwasdNm7-32">
          <mxGeometry relative="1" as="geometry" />
        </mxCell>
        <mxCell id="hMbl2U-K0152mwasdNm7-34" parent="1" style="rounded=1;whiteSpace=wrap;html=1;direction=south;" value="OrderLog" vertex="1">
          <mxGeometry height="60" width="120" x="2940" y="-20" as="geometry" />
        </mxCell>
        <mxCell id="hMbl2U-K0152mwasdNm7-35" edge="1" parent="1" source="hMbl2U-K0152mwasdNm7-39" style="edgeStyle=orthogonalEdgeStyle;rounded=0;orthogonalLoop=1;jettySize=auto;html=1;exitX=1;exitY=0.5;exitDx=0;exitDy=0;entryX=0;entryY=0.25;entryDx=0;entryDy=0;" target="hMbl2U-K0152mwasdNm7-47">
          <mxGeometry relative="1" as="geometry" />
        </mxCell>
        <mxCell id="hMbl2U-K0152mwasdNm7-36" edge="1" parent="1" source="hMbl2U-K0152mwasdNm7-39" style="edgeStyle=orthogonalEdgeStyle;rounded=0;orthogonalLoop=1;jettySize=auto;html=1;exitX=0.5;exitY=1;exitDx=0;exitDy=0;" target="hMbl2U-K0152mwasdNm7-54">
          <mxGeometry relative="1" as="geometry" />
        </mxCell>
        <mxCell id="hMbl2U-K0152mwasdNm7-37" edge="1" parent="1" source="hMbl2U-K0152mwasdNm7-39" style="edgeStyle=orthogonalEdgeStyle;rounded=0;orthogonalLoop=1;jettySize=auto;html=1;exitX=0.006;exitY=0.659;exitDx=0;exitDy=0;entryX=1;entryY=0.25;entryDx=0;entryDy=0;exitPerimeter=0;" target="hMbl2U-K0152mwasdNm7-68">
          <mxGeometry relative="1" as="geometry">
            <Array as="points">
              <mxPoint x="2941" y="340" />
              <mxPoint x="2850" y="340" />
              <mxPoint x="2850" y="465" />
            </Array>
          </mxGeometry>
        </mxCell>
        <mxCell id="hMbl2U-K0152mwasdNm7-38" edge="1" parent="1" source="hMbl2U-K0152mwasdNm7-39" style="edgeStyle=orthogonalEdgeStyle;rounded=0;orthogonalLoop=1;jettySize=auto;html=1;exitX=0;exitY=0.25;exitDx=0;exitDy=0;entryX=0;entryY=0.5;entryDx=0;entryDy=0;" target="hMbl2U-K0152mwasdNm7-32">
          <mxGeometry relative="1" as="geometry">
            <Array as="points">
              <mxPoint x="2940" y="290" />
              <mxPoint x="2850" y="290" />
              <mxPoint x="2850" y="-90" />
            </Array>
          </mxGeometry>
        </mxCell>
        <mxCell id="hMbl2U-K0152mwasdNm7-39" parent="1" style="rounded=1;whiteSpace=wrap;html=1;" value="ProducedJourney&lt;div&gt;&amp;nbsp;=&amp;nbsp;&lt;/div&gt;&lt;div&gt;(ProductId + SerialNumber)&lt;/div&gt;" vertex="1">
          <mxGeometry height="110" width="120" x="2940" y="270" as="geometry" />
        </mxCell>
        <mxCell id="hMbl2U-K0152mwasdNm7-40" edge="1" parent="1" source="hMbl2U-K0152mwasdNm7-47" style="edgeStyle=orthogonalEdgeStyle;rounded=0;orthogonalLoop=1;jettySize=auto;html=1;exitX=1;exitY=0.5;exitDx=0;exitDy=0;entryX=0;entryY=0.5;entryDx=0;entryDy=0;" target="hMbl2U-K0152mwasdNm7-50">
          <mxGeometry relative="1" as="geometry" />
        </mxCell>
        <mxCell id="hMbl2U-K0152mwasdNm7-41" edge="1" parent="1" source="hMbl2U-K0152mwasdNm7-47" style="edgeStyle=orthogonalEdgeStyle;rounded=0;orthogonalLoop=1;jettySize=auto;html=1;exitX=0.75;exitY=1;exitDx=0;exitDy=0;entryX=0.324;entryY=-0.046;entryDx=0;entryDy=0;entryPerimeter=0;" target="hMbl2U-K0152mwasdNm7-51">
          <mxGeometry relative="1" as="geometry" />
        </mxCell>
        <mxCell id="hMbl2U-K0152mwasdNm7-42" edge="1" parent="1" source="hMbl2U-K0152mwasdNm7-47" style="edgeStyle=orthogonalEdgeStyle;rounded=0;orthogonalLoop=1;jettySize=auto;html=1;exitX=0.75;exitY=0;exitDx=0;exitDy=0;entryX=0.5;entryY=1;entryDx=0;entryDy=0;" target="hMbl2U-K0152mwasdNm7-60">
          <mxGeometry relative="1" as="geometry">
            <Array as="points">
              <mxPoint x="3500" y="250" />
              <mxPoint x="3730" y="250" />
            </Array>
          </mxGeometry>
        </mxCell>
        <mxCell id="hMbl2U-K0152mwasdNm7-43" edge="1" parent="1" source="hMbl2U-K0152mwasdNm7-47" style="edgeStyle=orthogonalEdgeStyle;rounded=0;orthogonalLoop=1;jettySize=auto;html=1;exitX=0.75;exitY=0;exitDx=0;exitDy=0;entryX=0;entryY=0.5;entryDx=0;entryDy=0;" target="hMbl2U-K0152mwasdNm7-23">
          <mxGeometry relative="1" as="geometry" />
        </mxCell>
        <mxCell id="hMbl2U-K0152mwasdNm7-44" edge="1" parent="1" source="hMbl2U-K0152mwasdNm7-47" style="edgeStyle=orthogonalEdgeStyle;rounded=0;orthogonalLoop=1;jettySize=auto;html=1;exitX=0.681;exitY=-0.007;exitDx=0;exitDy=0;entryX=0;entryY=0.5;entryDx=0;entryDy=0;exitPerimeter=0;" target="hMbl2U-K0152mwasdNm7-22">
          <mxGeometry relative="1" as="geometry" />
        </mxCell>
        <mxCell id="hMbl2U-K0152mwasdNm7-45" edge="1" parent="1" source="hMbl2U-K0152mwasdNm7-47" style="edgeStyle=orthogonalEdgeStyle;rounded=0;orthogonalLoop=1;jettySize=auto;html=1;exitX=1;exitY=0.25;exitDx=0;exitDy=0;entryX=0;entryY=0.5;entryDx=0;entryDy=0;" target="hMbl2U-K0152mwasdNm7-64">
          <mxGeometry relative="1" as="geometry">
            <Array as="points">
              <mxPoint x="3550" y="405" />
              <mxPoint x="3550" y="300" />
            </Array>
          </mxGeometry>
        </mxCell>
        <mxCell id="hMbl2U-K0152mwasdNm7-46" edge="1" parent="1" source="hMbl2U-K0152mwasdNm7-47" style="edgeStyle=orthogonalEdgeStyle;rounded=0;orthogonalLoop=1;jettySize=auto;html=1;exitX=0.636;exitY=0.013;exitDx=0;exitDy=0;entryX=0;entryY=0.5;entryDx=0;entryDy=0;exitPerimeter=0;" target="hMbl2U-K0152mwasdNm7-28">
          <mxGeometry relative="1" as="geometry">
            <Array as="points">
              <mxPoint x="3450" y="391" />
              <mxPoint x="3450" y="-260" />
            </Array>
          </mxGeometry>
        </mxCell>
        <mxCell id="hMbl2U-K0152mwasdNm7-47" parent="1" style="rounded=1;whiteSpace=wrap;html=1;" value="Product&lt;div&gt;(Can not change Combo info)&lt;/div&gt;" vertex="1">
          <mxGeometry height="100" width="210" x="3320" y="390" as="geometry" />
        </mxCell>
        <mxCell id="hMbl2U-K0152mwasdNm7-48" edge="1" parent="1" source="hMbl2U-K0152mwasdNm7-50" style="edgeStyle=orthogonalEdgeStyle;rounded=0;orthogonalLoop=1;jettySize=auto;html=1;exitX=1;exitY=0.5;exitDx=0;exitDy=0;entryX=0;entryY=0.5;entryDx=0;entryDy=0;" target="hMbl2U-K0152mwasdNm7-52">
          <mxGeometry relative="1" as="geometry" />
        </mxCell>
        <mxCell id="hMbl2U-K0152mwasdNm7-49" edge="1" parent="1" source="hMbl2U-K0152mwasdNm7-50" style="edgeStyle=orthogonalEdgeStyle;rounded=0;orthogonalLoop=1;jettySize=auto;html=1;exitX=0.5;exitY=1;exitDx=0;exitDy=0;entryX=0.5;entryY=0;entryDx=0;entryDy=0;" target="hMbl2U-K0152mwasdNm7-51">
          <mxGeometry relative="1" as="geometry" />
        </mxCell>
        <mxCell id="hMbl2U-K0152mwasdNm7-50" parent="1" style="rounded=1;whiteSpace=wrap;html=1;" value="ProductAttribute" vertex="1">
          <mxGeometry height="60" width="120" x="3680" y="410" as="geometry" />
        </mxCell>
        <mxCell id="hMbl2U-K0152mwasdNm7-51" parent="1" style="rounded=1;whiteSpace=wrap;html=1;" value="ProductAttributeMapping" vertex="1">
          <mxGeometry height="60" width="150" x="3665" y="535" as="geometry" />
        </mxCell>
        <mxCell id="hMbl2U-K0152mwasdNm7-52" parent="1" style="rounded=1;whiteSpace=wrap;html=1;" value="ProductAttributeValue" vertex="1">
          <mxGeometry height="60" width="140" x="3895" y="410" as="geometry" />
        </mxCell>
        <mxCell id="hMbl2U-K0152mwasdNm7-53" edge="1" parent="1" source="hMbl2U-K0152mwasdNm7-54" style="edgeStyle=orthogonalEdgeStyle;rounded=0;orthogonalLoop=1;jettySize=auto;html=1;exitX=-0.014;exitY=0.692;exitDx=0;exitDy=0;entryX=1;entryY=0.5;entryDx=0;entryDy=0;exitPerimeter=0;" target="hMbl2U-K0152mwasdNm7-68">
          <mxGeometry relative="1" as="geometry" />
        </mxCell>
        <mxCell id="hMbl2U-K0152mwasdNm7-54" parent="1" style="rounded=1;whiteSpace=wrap;html=1;" value="ProductBatch&lt;div&gt;=&amp;nbsp;&lt;/div&gt;&lt;div&gt;(ProductId + BatchId)&lt;/div&gt;" vertex="1">
          <mxGeometry height="100" width="120" x="2940" y="410" as="geometry" />
        </mxCell>
        <mxCell id="hMbl2U-K0152mwasdNm7-55" parent="1" style="rounded=1;whiteSpace=wrap;html=1;" value="ProductError" vertex="1">
          <mxGeometry height="60" width="120" x="3220" y="160" as="geometry" />
        </mxCell>
        <mxCell id="hMbl2U-K0152mwasdNm7-56" edge="1" parent="1" source="hMbl2U-K0152mwasdNm7-60" style="edgeStyle=orthogonalEdgeStyle;rounded=0;orthogonalLoop=1;jettySize=auto;html=1;exitX=1;exitY=0.75;exitDx=0;exitDy=0;entryX=0;entryY=0.75;entryDx=0;entryDy=0;" target="hMbl2U-K0152mwasdNm7-26">
          <mxGeometry relative="1" as="geometry" />
        </mxCell>
        <mxCell id="hMbl2U-K0152mwasdNm7-57" edge="1" parent="1" source="hMbl2U-K0152mwasdNm7-60" style="edgeStyle=orthogonalEdgeStyle;rounded=0;orthogonalLoop=1;jettySize=auto;html=1;exitX=1;exitY=0.5;exitDx=0;exitDy=0;entryX=0;entryY=0.5;entryDx=0;entryDy=0;" target="hMbl2U-K0152mwasdNm7-25">
          <mxGeometry relative="1" as="geometry">
            <Array as="points">
              <mxPoint x="3880" y="190" />
              <mxPoint x="3880" y="110" />
            </Array>
          </mxGeometry>
        </mxCell>
        <mxCell id="hMbl2U-K0152mwasdNm7-58" edge="1" parent="1" source="hMbl2U-K0152mwasdNm7-60" style="edgeStyle=orthogonalEdgeStyle;rounded=0;orthogonalLoop=1;jettySize=auto;html=1;exitX=1;exitY=0.25;exitDx=0;exitDy=0;entryX=0;entryY=0.5;entryDx=0;entryDy=0;" target="hMbl2U-K0152mwasdNm7-24">
          <mxGeometry relative="1" as="geometry">
            <Array as="points">
              <mxPoint x="3860" y="175" />
              <mxPoint x="3860" y="20" />
            </Array>
          </mxGeometry>
        </mxCell>
        <mxCell id="hMbl2U-K0152mwasdNm7-59" edge="1" parent="1" source="hMbl2U-K0152mwasdNm7-60" style="edgeStyle=orthogonalEdgeStyle;rounded=0;orthogonalLoop=1;jettySize=auto;html=1;exitX=0.75;exitY=1;exitDx=0;exitDy=0;entryX=0;entryY=0.25;entryDx=0;entryDy=0;" target="hMbl2U-K0152mwasdNm7-64">
          <mxGeometry relative="1" as="geometry" />
        </mxCell>
        <mxCell id="hMbl2U-K0152mwasdNm7-60" parent="1" style="rounded=1;whiteSpace=wrap;html=1;" value="ProductPrice" vertex="1">
          <mxGeometry height="60" width="120" x="3670" y="160" as="geometry" />
        </mxCell>
        <mxCell id="hMbl2U-K0152mwasdNm7-61" edge="1" parent="1" source="hMbl2U-K0152mwasdNm7-63" style="edgeStyle=orthogonalEdgeStyle;rounded=0;orthogonalLoop=1;jettySize=auto;html=1;exitX=0.5;exitY=1;exitDx=0;exitDy=0;entryX=0.5;entryY=0;entryDx=0;entryDy=0;" target="hMbl2U-K0152mwasdNm7-39">
          <mxGeometry relative="1" as="geometry" />
        </mxCell>
        <mxCell id="hMbl2U-K0152mwasdNm7-62" edge="1" parent="1" source="hMbl2U-K0152mwasdNm7-63" style="edgeStyle=orthogonalEdgeStyle;rounded=0;orthogonalLoop=1;jettySize=auto;html=1;exitX=0.75;exitY=1;exitDx=0;exitDy=0;entryX=0;entryY=0.5;entryDx=0;entryDy=0;" target="hMbl2U-K0152mwasdNm7-55">
          <mxGeometry relative="1" as="geometry" />
        </mxCell>
        <mxCell id="hMbl2U-K0152mwasdNm7-63" parent="1" style="rounded=1;whiteSpace=wrap;html=1;" value="ProductWarranty" vertex="1">
          <mxGeometry height="60" width="120" x="2940" y="80" as="geometry" />
        </mxCell>
        <mxCell id="hMbl2U-K0152mwasdNm7-64" parent="1" style="rounded=1;whiteSpace=wrap;html=1;" value="Unit" vertex="1">
          <mxGeometry height="60" width="120" x="3895" y="270" as="geometry" />
        </mxCell>
        <mxCell id="hMbl2U-K0152mwasdNm7-65" edge="1" parent="1" source="hMbl2U-K0152mwasdNm7-67" style="edgeStyle=orthogonalEdgeStyle;rounded=0;orthogonalLoop=1;jettySize=auto;html=1;exitX=1;exitY=0.5;exitDx=0;exitDy=0;">
          <mxGeometry relative="1" as="geometry">
            <Array as="points">
              <mxPoint x="3436" y="-150" />
            </Array>
            <mxPoint x="3436" y="390" as="targetPoint" />
          </mxGeometry>
        </mxCell>
        <mxCell id="hMbl2U-K0152mwasdNm7-66" edge="1" parent="1" source="hMbl2U-K0152mwasdNm7-67" style="edgeStyle=orthogonalEdgeStyle;rounded=0;orthogonalLoop=1;jettySize=auto;html=1;exitX=1;exitY=0.25;exitDx=0;exitDy=0;innerLoopWaypoints=1;entryX=0.5;entryY=0;entryDx=0;entryDy=0;" target="hMbl2U-K0152mwasdNm7-67">
          <mxGeometry relative="1" as="geometry">
            <Array as="points">
              <mxPoint x="3360" y="-165" />
              <mxPoint x="3360" y="-200" />
              <mxPoint x="3280" y="-200" />
            </Array>
            <mxPoint x="3300" y="-190" as="targetPoint" />
          </mxGeometry>
        </mxCell>
        <mxCell id="hMbl2U-K0152mwasdNm7-67" parent="1" style="rounded=1;whiteSpace=wrap;html=1;" value="Voucher" vertex="1">
          <mxGeometry height="60" width="120" x="3220" y="-180" as="geometry" />
        </mxCell>
        <mxCell id="hMbl2U-K0152mwasdNm7-68" parent="1" style="rounded=1;whiteSpace=wrap;html=1;" value="Warehouse" vertex="1">
          <mxGeometry height="60" width="120" x="2690" y="450" as="geometry" />
        </mxCell>
        <mxCell id="hMbl2U-K0152mwasdNm7-69" edge="1" parent="1" source="hMbl2U-K0152mwasdNm7-70" style="edgeStyle=orthogonalEdgeStyle;rounded=0;orthogonalLoop=1;jettySize=auto;html=1;exitX=0;exitY=0.5;exitDx=0;exitDy=0;entryX=0.5;entryY=1;entryDx=0;entryDy=0;" target="hMbl2U-K0152mwasdNm7-68">
          <mxGeometry relative="1" as="geometry" />
        </mxCell>
        <mxCell id="hMbl2U-K0152mwasdNm7-70" parent="1" style="rounded=1;whiteSpace=wrap;html=1;" value="WarehouseAccountMapping&lt;div&gt;(quyền kho)&lt;/div&gt;" vertex="1">
          <mxGeometry height="60" width="170" x="2915" y="740" as="geometry" />
        </mxCell>
        <mxCell id="hMbl2U-K0152mwasdNm7-71" edge="1" parent="1" source="hMbl2U-K0152mwasdNm7-73" style="edgeStyle=orthogonalEdgeStyle;rounded=0;orthogonalLoop=1;jettySize=auto;html=1;exitX=0;exitY=0.5;exitDx=0;exitDy=0;entryX=1;entryY=0.75;entryDx=0;entryDy=0;" target="hMbl2U-K0152mwasdNm7-68">
          <mxGeometry relative="1" as="geometry" />
        </mxCell>
        <mxCell id="hMbl2U-K0152mwasdNm7-72" edge="1" parent="1" source="hMbl2U-K0152mwasdNm7-73" style="edgeStyle=orthogonalEdgeStyle;rounded=0;orthogonalLoop=1;jettySize=auto;html=1;exitX=1;exitY=0.5;exitDx=0;exitDy=0;entryX=0;entryY=0.5;entryDx=0;entryDy=0;" target="hMbl2U-K0152mwasdNm7-47">
          <mxGeometry relative="1" as="geometry">
            <Array as="points">
              <mxPoint x="3190" y="640" />
              <mxPoint x="3190" y="440" />
            </Array>
          </mxGeometry>
        </mxCell>
        <mxCell id="hMbl2U-K0152mwasdNm7-73" parent="1" style="rounded=1;whiteSpace=wrap;html=1;" value="WarehouseProductMapping" vertex="1">
          <mxGeometry height="60" width="200" x="2900" y="610" as="geometry" />
        </mxCell>
        <mxCell id="hMbl2U-K0152mwasdNm7-74" edge="1" parent="1" source="hMbl2U-K0152mwasdNm7-52" style="edgeStyle=orthogonalEdgeStyle;rounded=0;orthogonalLoop=1;jettySize=auto;html=1;exitX=0.5;exitY=1;exitDx=0;exitDy=0;entryX=0.669;entryY=-0.007;entryDx=0;entryDy=0;entryPerimeter=0;" target="hMbl2U-K0152mwasdNm7-51">
          <mxGeometry relative="1" as="geometry" />
        </mxCell>
        <mxCell id="hMbl2U-K0152mwasdNm7-75" edge="1" parent="1" source="hMbl2U-K0152mwasdNm7-23" style="edgeStyle=orthogonalEdgeStyle;rounded=0;orthogonalLoop=1;jettySize=auto;html=1;exitX=1;exitY=0.5;exitDx=0;exitDy=0;entryX=0.5;entryY=0;entryDx=0;entryDy=0;innerLoopWaypoints=1;" target="hMbl2U-K0152mwasdNm7-23">
          <mxGeometry relative="1" as="geometry">
            <Array as="points">
              <mxPoint x="4030" y="-70" />
              <mxPoint x="4030" y="-120" />
              <mxPoint x="3950" y="-120" />
            </Array>
          </mxGeometry>
        </mxCell>
        <mxCell id="hMbl2U-K0152mwasdNm7-76" edge="1" parent="1" source="hMbl2U-K0152mwasdNm7-73" style="shape=flexArrow;endArrow=classic;startArrow=classic;html=1;rounded=0;entryX=0.5;entryY=1;entryDx=0;entryDy=0;exitX=0.5;exitY=0;exitDx=0;exitDy=0;" target="hMbl2U-K0152mwasdNm7-54" value="">
          <mxGeometry height="100" relative="1" width="100" as="geometry">
            <mxPoint x="2920" y="610" as="sourcePoint" />
            <mxPoint x="3020" y="510" as="targetPoint" />
          </mxGeometry>
        </mxCell>
        <mxCell id="hMbl2U-K0152mwasdNm7-77" edge="1" parent="1" source="hMbl2U-K0152mwasdNm7-78" style="edgeStyle=orthogonalEdgeStyle;rounded=0;orthogonalLoop=1;jettySize=auto;html=1;exitX=1;exitY=0.5;exitDx=0;exitDy=0;entryX=0.5;entryY=1;entryDx=0;entryDy=0;" target="hMbl2U-K0152mwasdNm7-54">
          <mxGeometry relative="1" as="geometry" />
        </mxCell>
        <mxCell id="hMbl2U-K0152mwasdNm7-78" parent="1" style="text;html=1;whiteSpace=wrap;strokeColor=none;fillColor=none;align=center;verticalAlign=middle;rounded=0;" value="Tương tác số lượng" vertex="1">
          <mxGeometry height="30" width="60" x="2910" y="550" as="geometry" />
        </mxCell>
        <mxCell id="hMbl2U-K0152mwasdNm7-79" edge="1" parent="1" source="hMbl2U-K0152mwasdNm7-63" style="edgeStyle=orthogonalEdgeStyle;rounded=0;orthogonalLoop=1;jettySize=auto;html=1;exitX=1;exitY=0.5;exitDx=0;exitDy=0;entryX=0.362;entryY=-0.026;entryDx=0;entryDy=0;entryPerimeter=0;" target="hMbl2U-K0152mwasdNm7-47">
          <mxGeometry relative="1" as="geometry" />
        </mxCell>
        <mxCell id="hMbl2U-K0152mwasdNm7-80" edge="1" parent="1" source="hMbl2U-K0152mwasdNm7-34" style="edgeStyle=orthogonalEdgeStyle;rounded=0;orthogonalLoop=1;jettySize=auto;html=1;exitX=0.5;exitY=0;exitDx=0;exitDy=0;entryX=0.429;entryY=0;entryDx=0;entryDy=0;entryPerimeter=0;" target="hMbl2U-K0152mwasdNm7-47">
          <mxGeometry relative="1" as="geometry" />
        </mxCell>
        <mxCell id="hMbl2U-K0152mwasdNm7-81" edge="1" parent="1" source="hMbl2U-K0152mwasdNm7-55" style="edgeStyle=orthogonalEdgeStyle;rounded=0;orthogonalLoop=1;jettySize=auto;html=1;exitX=1;exitY=0.5;exitDx=0;exitDy=0;entryX=0.3;entryY=-0.026;entryDx=0;entryDy=0;entryPerimeter=0;" target="hMbl2U-K0152mwasdNm7-47">
          <mxGeometry relative="1" as="geometry" />
        </mxCell>
        <mxCell id="hMbl2U-K0152mwasdNm7-82" parent="1" style="rounded=1;whiteSpace=wrap;html=1;fillColor=#dae8fc;strokeColor=#6c8ebf;fontStyle=1;" value="PurchasePlan&#xa;(Kế hoạch mua tổng)" vertex="1">
          <mxGeometry height="60" width="140" x="2380" y="-140" as="geometry" />
        </mxCell>
        <mxCell id="hMbl2U-K0152mwasdNm7-83" parent="1" style="rounded=1;whiteSpace=wrap;html=1;" value="PurchasePlanDetail&#xa;(Chi tiết mặt hàng dự kiến)" vertex="1">
          <mxGeometry height="60" width="160" x="2580" y="-140" as="geometry" />
        </mxCell>
        <mxCell id="hMbl2U-K0152mwasdNm7-84" edge="1" parent="1" source="hMbl2U-K0152mwasdNm7-82" style="edgeStyle=orthogonalEdgeStyle;rounded=0;html=1;fontStyle=1;" target="hMbl2U-K0152mwasdNm7-83" value="1 - n">
          <mxGeometry relative="1" as="geometry" />
        </mxCell>
        <mxCell id="hMbl2U-K0152mwasdNm7-85" parent="1" style="rounded=1;whiteSpace=wrap;html=1;fillColor=#d5e8d4;strokeColor=#82b366;fontStyle=1;" value="PurchaseOrder&#xa;(Đơn đặt mua hàng)" vertex="1">
          <mxGeometry height="60" width="140" x="2380" y="-10" as="geometry" />
        </mxCell>
        <mxCell id="hMbl2U-K0152mwasdNm7-86" parent="1" style="rounded=1;whiteSpace=wrap;html=1;" value="PurchaseOrderDetail&#xa;(Chi tiết số lượng đặt)" vertex="1">
          <mxGeometry height="60" width="160" x="2580" y="-10" as="geometry" />
        </mxCell>
        <mxCell id="hMbl2U-K0152mwasdNm7-87" edge="1" parent="1" source="hMbl2U-K0152mwasdNm7-85" style="edgeStyle=orthogonalEdgeStyle;rounded=0;html=1;" target="hMbl2U-K0152mwasdNm7-86" value="1 - n">
          <mxGeometry relative="1" as="geometry" />
        </mxCell>
        <mxCell id="hMbl2U-K0152mwasdNm7-88" edge="1" parent="1" source="hMbl2U-K0152mwasdNm7-83" style="edgeStyle=orthogonalEdgeStyle;rounded=0;html=1;strokeWidth=2;strokeColor=#ff0000;" target="hMbl2U-K0152mwasdNm7-86" value="Chuyển thành đơn mua">
          <mxGeometry relative="1" as="geometry">
            <mxPoint x="2660" y="-50" as="targetPoint" />
          </mxGeometry>
        </mxCell>
        <mxCell id="hMbl2U-K0152mwasdNm7-89" parent="1" style="rounded=1;whiteSpace=wrap;html=1;fillColor=#ffe6cc;strokeColor=#d79b00;fontStyle=1;" value="GoodsReceipt&#xa;(Phiếu nhập kho thực tế)" vertex="1">
          <mxGeometry height="60" width="150" x="2380" y="130" as="geometry" />
        </mxCell>
        <mxCell id="hMbl2U-K0152mwasdNm7-90" parent="1" style="rounded=1;whiteSpace=wrap;html=1;" value="GoodsReceiptDetail&#xa;(Chi tiết hàng thực nhập)" vertex="1">
          <mxGeometry height="60" width="160" x="2580" y="130" as="geometry" />
        </mxCell>
        <mxCell id="hMbl2U-K0152mwasdNm7-91" edge="1" parent="1" source="hMbl2U-K0152mwasdNm7-89" style="edgeStyle=orthogonalEdgeStyle;rounded=0;html=1;" target="hMbl2U-K0152mwasdNm7-90" value="1 - n">
          <mxGeometry relative="1" as="geometry" />
        </mxCell>
        <mxCell id="hMbl2U-K0152mwasdNm7-92" edge="1" parent="1" source="hMbl2U-K0152mwasdNm7-86" style="edgeStyle=orthogonalEdgeStyle;rounded=0;html=1;strokeWidth=2;strokeColor=#ff0000;" target="hMbl2U-K0152mwasdNm7-90" value="Nhập kho theo đợt">
          <mxGeometry relative="1" as="geometry" />
        </mxCell>
        <mxCell id="hMbl2U-K0152mwasdNm7-93" edge="1" parent="1" source="hMbl2U-K0152mwasdNm7-90" style="edgeStyle=orthogonalEdgeStyle;rounded=0;html=1;strokeWidth=2;strokeColor=#0000ff;entryX=0;entryY=0.5;entryDx=0;entryDy=0;exitX=1;exitY=0.5;exitDx=0;exitDy=0;" target="hMbl2U-K0152mwasdNm7-68" value="Chỉ định kho nhập (n - 1)">
          <mxGeometry relative="1" x="0.5745" as="geometry">
            <mxPoint as="offset" />
            <Array as="points">
              <mxPoint x="2800" y="160" />
              <mxPoint x="2800" y="300" />
              <mxPoint x="2650" y="300" />
              <mxPoint x="2650" y="480" />
            </Array>
          </mxGeometry>
        </mxCell>
        <mxCell id="hMbl2U-K0152mwasdNm7-94" edge="1" parent="1" source="hMbl2U-K0152mwasdNm7-90" style="edgeStyle=orthogonalEdgeStyle;rounded=0;html=1;strokeWidth=1;strokeColor=#6c8ebf;fillColor=#dae8fc;" value="Sinh lô hàng">
          <mxGeometry relative="1" x="0.1915" as="geometry">
            <mxPoint as="offset" />
            <Array as="points">
              <mxPoint x="2800" y="160" />
              <mxPoint x="2800" y="430" />
            </Array>
            <mxPoint x="2940" y="430" as="targetPoint" />
          </mxGeometry>
        </mxCell>
        <mxCell id="hMbl2U-K0152mwasdNm7-95" edge="1" parent="1" source="hMbl2U-K0152mwasdNm7-32" style="edgeStyle=orthogonalEdgeStyle;rounded=0;orthogonalLoop=1;jettySize=auto;html=1;innerLoopWaypoints=1;exitX=0.75;exitY=1;exitDx=0;exitDy=0;entryX=1;entryY=0.75;entryDx=0;entryDy=0;" target="hMbl2U-K0152mwasdNm7-32">
          <mxGeometry relative="1" as="geometry">
            <Array as="points">
              <mxPoint x="3030" y="-40" />
              <mxPoint x="3110" y="-40" />
              <mxPoint x="3110" y="-75" />
            </Array>
          </mxGeometry>
        </mxCell>
        <mxCell id="hMbl2U-K0152mwasdNm7-96" edge="1" parent="1" source="hMbl2U-K0152mwasdNm7-54" style="edgeStyle=orthogonalEdgeStyle;rounded=0;orthogonalLoop=1;jettySize=auto;html=1;exitX=1;exitY=0.75;exitDx=0;exitDy=0;entryX=-0.009;entryY=0.359;entryDx=0;entryDy=0;entryPerimeter=0;" target="hMbl2U-K0152mwasdNm7-47">
          <mxGeometry relative="1" as="geometry">
            <Array as="points">
              <mxPoint x="3160" y="485" />
              <mxPoint x="3160" y="426" />
            </Array>
          </mxGeometry>
        </mxCell>
        <mxCell id="hMbl2U-K0152mwasdNm7-97" edge="1" parent="1" source="hMbl2U-K0152mwasdNm7-47" style="edgeStyle=orthogonalEdgeStyle;rounded=0;orthogonalLoop=1;jettySize=auto;html=1;innerLoopWaypoints=1;exitX=0;exitY=0.75;exitDx=0;exitDy=0;entryX=0.25;entryY=1;entryDx=0;entryDy=0;" target="hMbl2U-K0152mwasdNm7-47">
          <mxGeometry relative="1" as="geometry">
            <Array as="points">
              <mxPoint x="3290" y="465" />
              <mxPoint x="3290" y="510" />
              <mxPoint x="3373" y="510" />
            </Array>
          </mxGeometry>
        </mxCell>
+         <mxCell id="vUVoq3HvJN78WNhkTx8h-25" edge="1" parent="1" source="hMbl2U-K0152mwasdNm7-98" style="edgeStyle=orthogonalEdgeStyle;rounded=0;orthogonalLoop=1;jettySize=auto;html=1;exitX=0.25;exitY=1;exitDx=0;exitDy=0;entryX=1;entryY=0.5;entryDx=0;entryDy=0;" target="hMbl2U-K0152mwasdNm7-108">
+           <mxGeometry relative="1" as="geometry" />
+         </mxCell>
        <mxCell id="hMbl2U-K0152mwasdNm7-98" parent="1" style="rounded=1;whiteSpace=wrap;html=1;" value="&lt;span style=&quot;text-align: left;&quot;&gt;Account&lt;/span&gt;" vertex="1">
-           <mxGeometry height="60" width="120" x="4370" y="740" as="geometry" />
+           <mxGeometry height="100" width="270" x="4370" y="740" as="geometry" />
+         </mxCell>
+         <mxCell id="vUVoq3HvJN78WNhkTx8h-4" edge="1" parent="1" source="hMbl2U-K0152mwasdNm7-99" style="edgeStyle=orthogonalEdgeStyle;rounded=0;orthogonalLoop=1;jettySize=auto;html=1;exitX=0;exitY=0.5;exitDx=0;exitDy=0;">
+           <mxGeometry relative="1" as="geometry">
+             <mxPoint x="4479.999999999999" y="740" as="targetPoint" />
+           </mxGeometry>
        </mxCell>
        <mxCell id="hMbl2U-K0152mwasdNm7-99" parent="1" style="rounded=1;whiteSpace=wrap;html=1;" value="&lt;div style=&quot;text-align: left;&quot;&gt;&lt;span style=&quot;background-color: transparent;&quot;&gt;AccountAddress&lt;/span&gt;&lt;/div&gt;" vertex="1">
-           <mxGeometry height="60" width="120" x="4600" y="940" as="geometry" />
-         </mxCell>
-         <mxCell id="hMbl2U-K0152mwasdNm7-100" edge="1" parent="1" source="hMbl2U-K0152mwasdNm7-101" style="edgeStyle=orthogonalEdgeStyle;rounded=0;orthogonalLoop=1;jettySize=auto;html=1;entryX=0.5;entryY=0;entryDx=0;entryDy=0;exitX=0.5;exitY=1;exitDx=0;exitDy=0;" target="hMbl2U-K0152mwasdNm7-102">
-           <mxGeometry relative="1" as="geometry">
-             <Array as="points">
-               <mxPoint x="4430" y="1230" />
-               <mxPoint x="4430" y="1230" />
-             </Array>
-           </mxGeometry>
+           <mxGeometry height="60" width="140" x="5010" y="420" as="geometry" />
+         </mxCell>
+         <mxCell id="vUVoq3HvJN78WNhkTx8h-13" edge="1" parent="1" source="hMbl2U-K0152mwasdNm7-101" style="edgeStyle=orthogonalEdgeStyle;rounded=0;orthogonalLoop=1;jettySize=auto;html=1;exitX=1;exitY=0.5;exitDx=0;exitDy=0;entryX=0;entryY=0.5;entryDx=0;entryDy=0;" target="hMbl2U-K0152mwasdNm7-102">
+           <mxGeometry relative="1" as="geometry" />
        </mxCell>
        <mxCell id="hMbl2U-K0152mwasdNm7-101" parent="1" style="rounded=1;whiteSpace=wrap;html=1;" value="&lt;div style=&quot;text-align: left;&quot;&gt;AccountContract&lt;/div&gt;" vertex="1">
-           <mxGeometry height="60" width="120" x="4370" y="1040" as="geometry" />
+           <mxGeometry height="60" width="120" x="4780" y="570" as="geometry" />
        </mxCell>
        <mxCell id="hMbl2U-K0152mwasdNm7-102" parent="1" style="rounded=1;whiteSpace=wrap;html=1;" value="&lt;div style=&quot;text-align: left;&quot;&gt;AccountContractParty&lt;/div&gt;" vertex="1">
-           <mxGeometry height="60" width="160" x="4350" y="1280" as="geometry" />
+           <mxGeometry height="60" width="140" x="5010" y="570" as="geometry" />
        </mxCell>
        <mxCell id="hMbl2U-K0152mwasdNm7-103" parent="1" style="rounded=1;whiteSpace=wrap;html=1;" value="&lt;div style=&quot;text-align: left;&quot;&gt;AccountDepartment&lt;/div&gt;" vertex="1">
-           <mxGeometry height="60" width="140" x="5030" y="880" as="geometry" />
+           <mxGeometry height="40" width="175" x="5375" y="460" as="geometry" />
+         </mxCell>
+         <mxCell id="vUVoq3HvJN78WNhkTx8h-12" edge="1" parent="1" source="hMbl2U-K0152mwasdNm7-104" style="edgeStyle=orthogonalEdgeStyle;rounded=0;orthogonalLoop=1;jettySize=auto;html=1;exitX=1;exitY=0.25;exitDx=0;exitDy=0;entryX=0;entryY=0.5;entryDx=0;entryDy=0;" target="hMbl2U-K0152mwasdNm7-103">
+           <mxGeometry relative="1" as="geometry">
+             <Array as="points">
+               <mxPoint x="5300" y="505" />
+               <mxPoint x="5300" y="480" />
+             </Array>
+           </mxGeometry>
+         </mxCell>
+         <mxCell id="vUVoq3HvJN78WNhkTx8h-36" edge="1" parent="1" source="hMbl2U-K0152mwasdNm7-104" style="edgeStyle=orthogonalEdgeStyle;rounded=0;orthogonalLoop=1;jettySize=auto;html=1;exitX=1;exitY=0.75;exitDx=0;exitDy=0;entryX=0;entryY=0.5;entryDx=0;entryDy=0;" target="hMbl2U-K0152mwasdNm7-110">
+           <mxGeometry relative="1" as="geometry" />
        </mxCell>
        <mxCell id="hMbl2U-K0152mwasdNm7-104" parent="1" style="rounded=1;whiteSpace=wrap;html=1;" value="&lt;div style=&quot;text-align: left;&quot;&gt;AccountDepartmentMapping&lt;/div&gt;" vertex="1">
-           <mxGeometry height="60" width="200" x="5010" y="990" as="geometry" />
+           <mxGeometry height="60" width="200" x="4730" y="490" as="geometry" />
        </mxCell>
        <mxCell id="hMbl2U-K0152mwasdNm7-105" parent="1" style="rounded=1;whiteSpace=wrap;html=1;" value="&lt;div style=&quot;text-align: left;&quot;&gt;AccountGroup&lt;/div&gt;" vertex="1">
-           <mxGeometry height="60" width="140" x="4880" y="740" as="geometry" />
+           <mxGeometry height="60" width="140" x="5010" y="740" as="geometry" />
+         </mxCell>
+         <mxCell id="vUVoq3HvJN78WNhkTx8h-15" edge="1" parent="1" source="hMbl2U-K0152mwasdNm7-106" style="edgeStyle=orthogonalEdgeStyle;rounded=0;orthogonalLoop=1;jettySize=auto;html=1;exitX=0;exitY=0.5;exitDx=0;exitDy=0;entryX=1;entryY=0.5;entryDx=0;entryDy=0;" target="hMbl2U-K0152mwasdNm7-113">
+           <mxGeometry relative="1" as="geometry" />
+         </mxCell>
+         <mxCell id="vUVoq3HvJN78WNhkTx8h-19" edge="1" parent="1" source="hMbl2U-K0152mwasdNm7-106" style="edgeStyle=orthogonalEdgeStyle;rounded=0;orthogonalLoop=1;jettySize=auto;html=1;exitX=0.5;exitY=1;exitDx=0;exitDy=0;entryX=0.5;entryY=0;entryDx=0;entryDy=0;" target="hMbl2U-K0152mwasdNm7-105">
+           <mxGeometry relative="1" as="geometry" />
        </mxCell>
        <mxCell id="hMbl2U-K0152mwasdNm7-106" parent="1" style="rounded=1;whiteSpace=wrap;html=1;" value="&lt;div style=&quot;text-align: left;&quot;&gt;AccountGroupMenu&lt;/div&gt;" vertex="1">
-           <mxGeometry height="60" width="140" x="4370" y="1470" as="geometry" />
+           <mxGeometry height="60" width="140" x="5010" y="640" as="geometry" />
+         </mxCell>
+         <mxCell id="vUVoq3HvJN78WNhkTx8h-3" edge="1" parent="1" source="hMbl2U-K0152mwasdNm7-107" style="edgeStyle=orthogonalEdgeStyle;rounded=0;orthogonalLoop=1;jettySize=auto;html=1;exitX=0;exitY=0.5;exitDx=0;exitDy=0;">
+           <mxGeometry relative="1" as="geometry">
+             <mxPoint x="4459.999999999999" y="740" as="targetPoint" />
+           </mxGeometry>
+         </mxCell>
+         <mxCell id="vUVoq3HvJN78WNhkTx8h-23" edge="1" parent="1" source="hMbl2U-K0152mwasdNm7-107" style="edgeStyle=orthogonalEdgeStyle;rounded=0;orthogonalLoop=1;jettySize=auto;html=1;exitX=0.5;exitY=0;exitDx=0;exitDy=0;entryX=0.5;entryY=1;entryDx=0;entryDy=0;" target="vUVoq3HvJN78WNhkTx8h-22">
+           <mxGeometry relative="1" as="geometry" />
        </mxCell>
        <mxCell id="hMbl2U-K0152mwasdNm7-107" parent="1" style="rounded=1;whiteSpace=wrap;html=1;" value="&lt;div style=&quot;text-align: left;&quot;&gt;AccountInfo&lt;/div&gt;" vertex="1">
-           <mxGeometry height="60" width="140" x="4660" y="570" as="geometry" />
+           <mxGeometry height="60" width="140" x="5010" y="340" as="geometry" />
+         </mxCell>
+         <mxCell id="vUVoq3HvJN78WNhkTx8h-26" edge="1" parent="1" source="hMbl2U-K0152mwasdNm7-108" style="edgeStyle=orthogonalEdgeStyle;rounded=0;orthogonalLoop=1;jettySize=auto;html=1;exitX=0.5;exitY=0;exitDx=0;exitDy=0;entryX=0;entryY=0.75;entryDx=0;entryDy=0;" target="hMbl2U-K0152mwasdNm7-98">
+           <mxGeometry relative="1" as="geometry" />
        </mxCell>
        <mxCell id="hMbl2U-K0152mwasdNm7-108" parent="1" style="rounded=1;whiteSpace=wrap;html=1;" value="&lt;div style=&quot;text-align: left;&quot;&gt;AccountMapping&lt;/div&gt;" vertex="1">
-           <mxGeometry height="60" width="140" x="4780" y="1460" as="geometry" />
+           <mxGeometry height="30" width="100" x="4270" y="850" as="geometry" />
        </mxCell>
        <mxCell id="hMbl2U-K0152mwasdNm7-109" parent="1" style="rounded=1;whiteSpace=wrap;html=1;" value="&lt;div style=&quot;text-align: left;&quot;&gt;AccountPermissionController&lt;/div&gt;" vertex="1">
-           <mxGeometry height="60" width="140" x="4970" y="1460" as="geometry" />
+           <mxGeometry height="60" width="205" x="5170" y="845" as="geometry" />
        </mxCell>
        <mxCell id="hMbl2U-K0152mwasdNm7-110" parent="1" style="rounded=1;whiteSpace=wrap;html=1;" value="&lt;div style=&quot;text-align: left;&quot;&gt;AccountPositionDepartment&lt;/div&gt;" vertex="1">
-           <mxGeometry height="60" width="140" x="5180" y="1470" as="geometry" />
+           <mxGeometry height="50" width="175" x="5375" y="510" as="geometry" />
+         </mxCell>
+         <mxCell id="vUVoq3HvJN78WNhkTx8h-24" edge="1" parent="1" source="hMbl2U-K0152mwasdNm7-111" style="edgeStyle=orthogonalEdgeStyle;rounded=0;orthogonalLoop=1;jettySize=auto;html=1;exitX=0;exitY=0.5;exitDx=0;exitDy=0;entryX=1;entryY=0.5;entryDx=0;entryDy=0;" target="hMbl2U-K0152mwasdNm7-105">
+           <mxGeometry relative="1" as="geometry" />
        </mxCell>
        <mxCell id="hMbl2U-K0152mwasdNm7-111" parent="1" style="rounded=1;whiteSpace=wrap;html=1;" value="&lt;div style=&quot;text-align: left;&quot;&gt;AccountGroupPermissionController&lt;/div&gt;" vertex="1">
-           <mxGeometry height="60" width="140" x="4380" y="1550" as="geometry" />
-         </mxCell>
-         <mxCell id="hMbl2U-K0152mwasdNm7-112" parent="1" style="rounded=1;whiteSpace=wrap;html=1;" value="&lt;div style=&quot;text-align: left;&quot;&gt;AccountLogin&lt;/div&gt;" vertex="1">
-           <mxGeometry height="60" width="140" x="4160" y="890" as="geometry" />
+           <mxGeometry height="60" width="210" x="5210" y="740" as="geometry" />
+         </mxCell>
+         <mxCell id="vUVoq3HvJN78WNhkTx8h-14" edge="1" parent="1" source="hMbl2U-K0152mwasdNm7-113" style="edgeStyle=orthogonalEdgeStyle;rounded=0;orthogonalLoop=1;jettySize=auto;html=1;exitX=0;exitY=0.5;exitDx=0;exitDy=0;entryX=0.593;entryY=0;entryDx=0;entryDy=0;entryPerimeter=0;" target="hMbl2U-K0152mwasdNm7-98">
+           <mxGeometry relative="1" as="geometry" />
        </mxCell>
        <mxCell id="hMbl2U-K0152mwasdNm7-113" parent="1" style="rounded=1;whiteSpace=wrap;html=1;" value="&lt;div style=&quot;text-align: left;&quot;&gt;AccountMenu&lt;/div&gt;" vertex="1">
-           <mxGeometry height="60" width="140" x="4800" y="1550" as="geometry" />
+           <mxGeometry height="60" width="140" x="4780" y="640" as="geometry" />
+         </mxCell>
+         <mxCell id="vUVoq3HvJN78WNhkTx8h-42" edge="1" parent="1" source="hMbl2U-K0152mwasdNm7-114" style="edgeStyle=orthogonalEdgeStyle;rounded=0;orthogonalLoop=1;jettySize=auto;html=1;exitX=0;exitY=0.5;exitDx=0;exitDy=0;entryX=1;entryY=0.5;entryDx=0;entryDy=0;" target="hMbl2U-K0152mwasdNm7-98">
+           <mxGeometry relative="1" as="geometry" />
+         </mxCell>
+         <mxCell id="vUVoq3HvJN78WNhkTx8h-43" edge="1" parent="1" source="hMbl2U-K0152mwasdNm7-114" style="edgeStyle=orthogonalEdgeStyle;rounded=0;orthogonalLoop=1;jettySize=auto;html=1;exitX=1;exitY=0.5;exitDx=0;exitDy=0;entryX=0;entryY=0.5;entryDx=0;entryDy=0;" target="hMbl2U-K0152mwasdNm7-109">
+           <mxGeometry relative="1" as="geometry" />
        </mxCell>
        <mxCell id="hMbl2U-K0152mwasdNm7-114" parent="1" style="rounded=1;whiteSpace=wrap;html=1;" value="&lt;div style=&quot;text-align: left;&quot;&gt;AccountPermissionException&lt;/div&gt;" vertex="1">
-           <mxGeometry height="60" width="140" x="4990" y="1550" as="geometry" />
+           <mxGeometry height="60" width="175" x="4870" y="845" as="geometry" />
+         </mxCell>
+         <mxCell id="vUVoq3HvJN78WNhkTx8h-30" edge="1" parent="1" source="hMbl2U-K0152mwasdNm7-115" style="edgeStyle=orthogonalEdgeStyle;rounded=0;orthogonalLoop=1;jettySize=auto;html=1;exitX=0.5;exitY=0;exitDx=0;exitDy=0;entryX=0.5;entryY=1;entryDx=0;entryDy=0;" target="hMbl2U-K0152mwasdNm7-98">
+           <mxGeometry relative="1" as="geometry" />
+         </mxCell>
+         <mxCell id="vUVoq3HvJN78WNhkTx8h-31" connectable="0" parent="vUVoq3HvJN78WNhkTx8h-30" style="edgeLabel;html=1;align=center;verticalAlign=middle;resizable=0;points=[];" value="Link tới account&amp;nbsp;&lt;div&gt;với permission chứa&amp;nbsp;&lt;/div&gt;&lt;div&gt;là (standard user)&lt;/div&gt;" vertex="1">
+           <mxGeometry relative="1" x="-0.0143" y="-1" as="geometry">
+             <mxPoint as="offset" />
+           </mxGeometry>
        </mxCell>
        <mxCell id="hMbl2U-K0152mwasdNm7-115" parent="1" style="rounded=1;whiteSpace=wrap;html=1;" value="&lt;div style=&quot;text-align: left;&quot;&gt;AccountType&lt;/div&gt;" vertex="1">
-           <mxGeometry height="60" width="140" x="5180" y="1560" as="geometry" />
-         </mxCell>
-         <mxCell id="hMbl2U-K0152mwasdNm7-116" edge="1" parent="1" source="hMbl2U-K0152mwasdNm7-98" style="edgeStyle=orthogonalEdgeStyle;rounded=0;html=1;exitX=1;exitY=0.5;exitDx=0;exitDy=0;" target="hMbl2U-K0152mwasdNm7-99">
-           <mxGeometry relative="1" as="geometry">
-             <Array as="points">
-               <mxPoint x="4490" y="790" />
-               <mxPoint x="4660" y="790" />
-             </Array>
-           </mxGeometry>
-         </mxCell>
-         <mxCell id="hMbl2U-K0152mwasdNm7-117" edge="1" parent="1" source="hMbl2U-K0152mwasdNm7-98" style="edgeStyle=orthogonalEdgeStyle;rounded=0;html=1;" target="hMbl2U-K0152mwasdNm7-107">
-           <mxGeometry relative="1" as="geometry">
-             <Array as="points">
-               <mxPoint x="4520" y="710" />
-             </Array>
-           </mxGeometry>
-         </mxCell>
-         <mxCell id="hMbl2U-K0152mwasdNm7-118" edge="1" parent="1" source="hMbl2U-K0152mwasdNm7-98" style="edgeStyle=orthogonalEdgeStyle;rounded=0;html=1;" target="hMbl2U-K0152mwasdNm7-112">
-           <mxGeometry relative="1" as="geometry">
-             <Array as="points">
-               <mxPoint x="4230" y="800" />
-             </Array>
-           </mxGeometry>
-         </mxCell>
-         <mxCell id="hMbl2U-K0152mwasdNm7-119" edge="1" parent="1" source="hMbl2U-K0152mwasdNm7-98" style="edgeStyle=orthogonalEdgeStyle;rounded=0;html=1;" target="hMbl2U-K0152mwasdNm7-101">
-           <mxGeometry relative="1" as="geometry" />
+           <mxGeometry height="60" width="115" x="4447.5" y="980" as="geometry" />
        </mxCell>
        <mxCell id="hMbl2U-K0152mwasdNm7-120" edge="1" parent="1" source="hMbl2U-K0152mwasdNm7-98" style="edgeStyle=orthogonalEdgeStyle;rounded=0;html=1;strokeColor=#008080;strokeWidth=2;exitX=0;exitY=0.75;exitDx=0;exitDy=0;" target="hMbl2U-K0152mwasdNm7-70">
          <mxGeometry relative="1" as="geometry">
            <Array as="points">
              <mxPoint x="4370" y="770" />
            </Array>
          </mxGeometry>
        </mxCell>
        <mxCell id="hMbl2U-K0152mwasdNm7-121" edge="1" parent="1" source="hMbl2U-K0152mwasdNm7-98" style="edgeStyle=orthogonalEdgeStyle;rounded=0;html=1;strokeColor=#4B0082;strokeWidth=2;exitX=0.5;exitY=0;exitDx=0;exitDy=0;" target="hMbl2U-K0152mwasdNm7-25">
          <mxGeometry relative="1" as="geometry">
            <Array as="points">
              <mxPoint x="4430" y="110" />
            </Array>
          </mxGeometry>
        </mxCell>
        <mxCell id="hMbl2U-K0152mwasdNm7-122" edge="1" parent="1" source="hMbl2U-K0152mwasdNm7-25" style="edgeStyle=orthogonalEdgeStyle;rounded=0;html=1;" target="hMbl2U-K0152mwasdNm7-24">
          <mxGeometry relative="1" as="geometry" />
        </mxCell>
        <mxCell id="hMbl2U-K0152mwasdNm7-123" edge="1" parent="1" source="hMbl2U-K0152mwasdNm7-24" style="edgeStyle=orthogonalEdgeStyle;rounded=0;html=1;strokeColor=#FF4500;strokeWidth=2;" target="hMbl2U-K0152mwasdNm7-32">
          <mxGeometry relative="1" as="geometry">
            <Array as="points">
              <mxPoint x="3820" y="20" />
              <mxPoint x="3820" y="-110" />
            </Array>
          </mxGeometry>
        </mxCell>
-         <mxCell id="hMbl2U-K0152mwasdNm7-124" edge="1" parent="1" source="hMbl2U-K0152mwasdNm7-98" style="edgeStyle=orthogonalEdgeStyle;rounded=0;html=1;" target="hMbl2U-K0152mwasdNm7-105">
-           <mxGeometry relative="1" as="geometry">
-             <Array as="points">
-               <mxPoint x="4920" y="770" />
-               <mxPoint x="4920" y="770" />
-             </Array>
-           </mxGeometry>
+         <mxCell id="vUVoq3HvJN78WNhkTx8h-10" edge="1" parent="1" source="hMbl2U-K0152mwasdNm7-101" style="edgeStyle=orthogonalEdgeStyle;rounded=0;orthogonalLoop=1;jettySize=auto;html=1;exitX=0;exitY=0.5;exitDx=0;exitDy=0;entryX=0.531;entryY=0;entryDx=0;entryDy=0;entryPerimeter=0;" target="hMbl2U-K0152mwasdNm7-98">
+           <mxGeometry relative="1" as="geometry" />
+         </mxCell>
+         <mxCell id="vUVoq3HvJN78WNhkTx8h-11" edge="1" parent="1" source="hMbl2U-K0152mwasdNm7-104" style="edgeStyle=orthogonalEdgeStyle;rounded=0;orthogonalLoop=1;jettySize=auto;html=1;exitX=0;exitY=0.5;exitDx=0;exitDy=0;">
+           <mxGeometry relative="1" as="geometry">
+             <mxPoint x="4500" y="740" as="targetPoint" />
+           </mxGeometry>
+         </mxCell>
+         <mxCell id="vUVoq3HvJN78WNhkTx8h-21" edge="1" parent="1" source="hMbl2U-K0152mwasdNm7-105" style="edgeStyle=orthogonalEdgeStyle;rounded=0;orthogonalLoop=1;jettySize=auto;html=1;exitX=0;exitY=0.5;exitDx=0;exitDy=0;entryX=0.644;entryY=-0.01;entryDx=0;entryDy=0;entryPerimeter=0;" target="hMbl2U-K0152mwasdNm7-98">
+           <mxGeometry relative="1" as="geometry" />
+         </mxCell>
+         <mxCell id="vUVoq3HvJN78WNhkTx8h-22" parent="1" style="rounded=1;whiteSpace=wrap;html=1;" value="&lt;div style=&quot;text-align: left;&quot;&gt;AccountLogin&lt;/div&gt;" vertex="1">
+           <mxGeometry height="60" width="140" x="5010" y="230" as="geometry" />
+         </mxCell>
+         <mxCell id="vUVoq3HvJN78WNhkTx8h-27" edge="1" parent="1" source="hMbl2U-K0152mwasdNm7-98" style="edgeStyle=orthogonalEdgeStyle;rounded=0;orthogonalLoop=1;jettySize=auto;html=1;innerLoopWaypoints=1;exitX=1;exitY=0.75;exitDx=0;exitDy=0;entryX=0.874;entryY=1.002;entryDx=0;entryDy=0;entryPerimeter=0;" target="hMbl2U-K0152mwasdNm7-98">
+           <mxGeometry relative="1" as="geometry" />
+         </mxCell>
+         <mxCell id="vUVoq3HvJN78WNhkTx8h-37" parent="1" style="shape=process;whiteSpace=wrap;html=1;backgroundOutline=1;" value="Controller (public APIs)&lt;br&gt;auto sync with newer version and clear Old version" vertex="1">
+           <mxGeometry height="60" width="160" x="5830" y="845" as="geometry" />
+         </mxCell>
+         <mxCell id="vUVoq3HvJN78WNhkTx8h-40" edge="1" parent="1" source="vUVoq3HvJN78WNhkTx8h-38" style="edgeStyle=orthogonalEdgeStyle;rounded=0;orthogonalLoop=1;jettySize=auto;html=1;exitX=0;exitY=0.5;exitDx=0;exitDy=0;exitPerimeter=0;entryX=1;entryY=0.5;entryDx=0;entryDy=0;" target="hMbl2U-K0152mwasdNm7-109">
+           <mxGeometry relative="1" as="geometry" />
+         </mxCell>
+         <mxCell id="vUVoq3HvJN78WNhkTx8h-38" parent="1" style="shape=cylinder3;whiteSpace=wrap;html=1;boundedLbl=1;backgroundOutline=1;size=15;" value="" vertex="1">
+           <mxGeometry height="80" width="60" x="5480" y="835" as="geometry" />
+         </mxCell>
+         <mxCell id="vUVoq3HvJN78WNhkTx8h-39" edge="1" parent="1" source="vUVoq3HvJN78WNhkTx8h-37" style="edgeStyle=orthogonalEdgeStyle;rounded=0;orthogonalLoop=1;jettySize=auto;html=1;exitX=0;exitY=0.5;exitDx=0;exitDy=0;entryX=0.875;entryY=0.5;entryDx=0;entryDy=0;entryPerimeter=0;" target="vUVoq3HvJN78WNhkTx8h-44">
+           <mxGeometry relative="1" as="geometry" />
+         </mxCell>
+         <mxCell id="vUVoq3HvJN78WNhkTx8h-48" edge="1" parent="1" source="vUVoq3HvJN78WNhkTx8h-44" style="edgeStyle=orthogonalEdgeStyle;rounded=0;orthogonalLoop=1;jettySize=auto;html=1;exitX=0.07;exitY=0.4;exitDx=0;exitDy=0;exitPerimeter=0;" target="vUVoq3HvJN78WNhkTx8h-38">
+           <mxGeometry relative="1" as="geometry">
+             <Array as="points">
+               <mxPoint x="5641" y="875" />
+             </Array>
+           </mxGeometry>
+         </mxCell>
+         <mxCell id="vUVoq3HvJN78WNhkTx8h-44" parent="1" style="ellipse;shape=cloud;whiteSpace=wrap;html=1;" value="AccountService" vertex="1">
+           <mxGeometry height="80" width="150" x="5630" y="835" as="geometry" />
        </mxCell>
      </root>
    </mxGraphModel>
  </diagram>
</mxfile>
